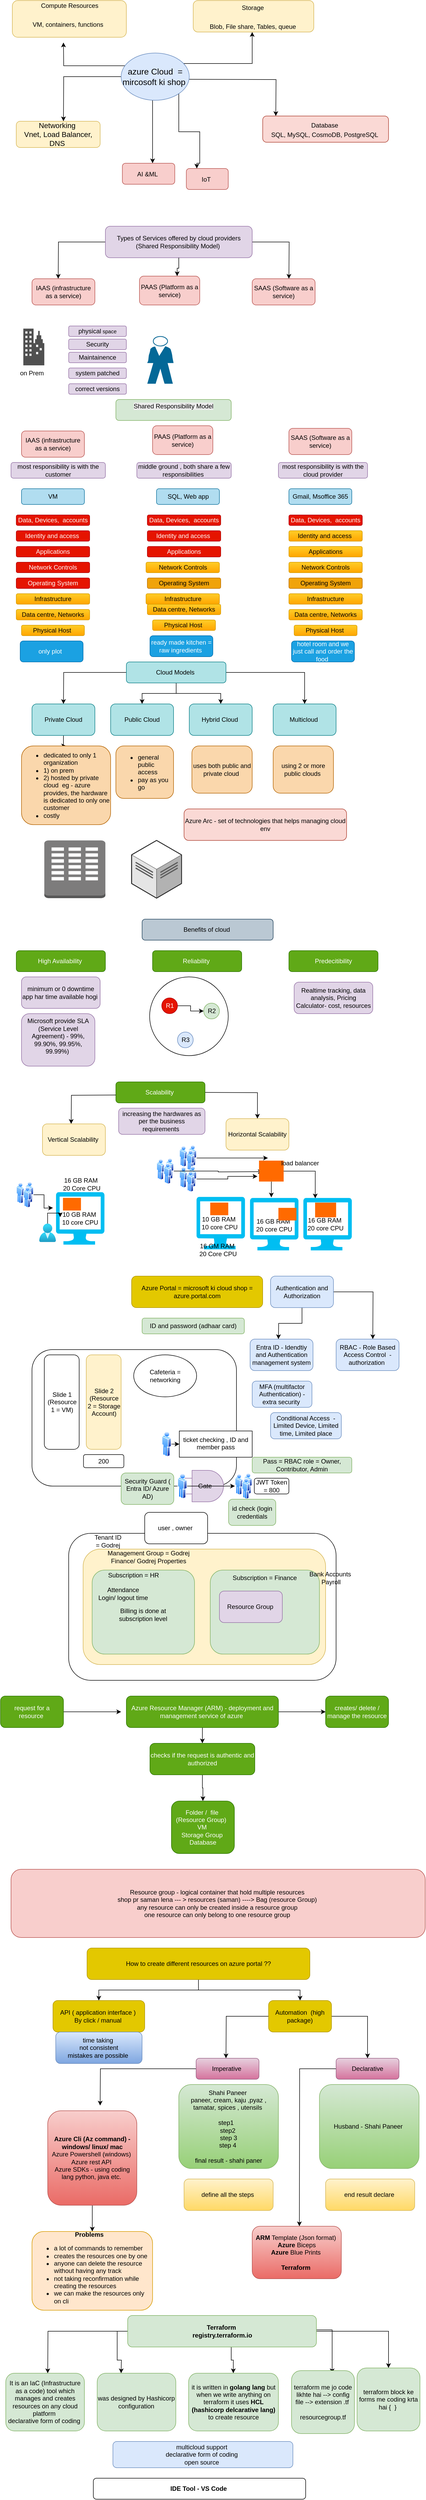
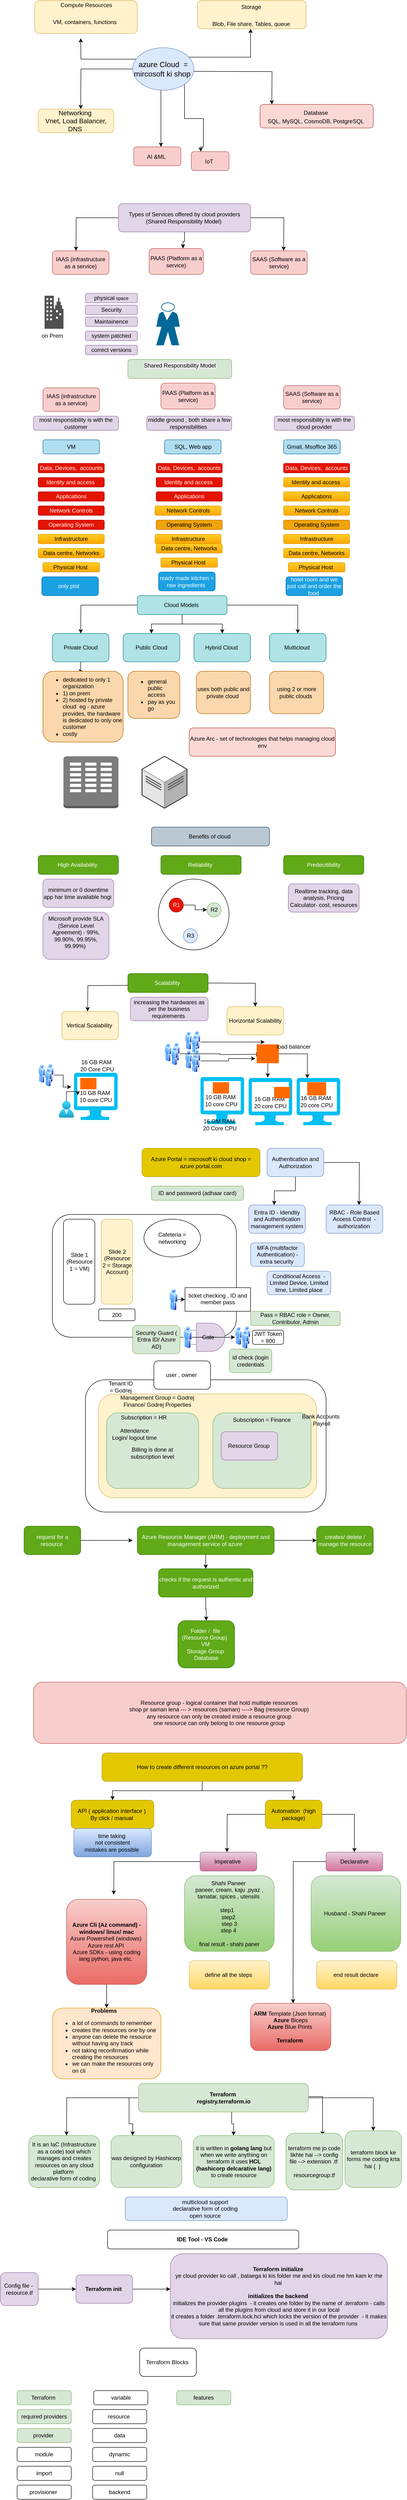
<mxfile host="app.diagrams.net">
  <diagram name="Page-1" id="3FCAWgGivvUF1Nj-s7xG">
-     <mxGraphModel dx="824" dy="422" grid="1" gridSize="10" guides="1" tooltips="1" connect="1" arrows="1" fold="1" page="1" pageScale="1" pageWidth="9000000" pageHeight="9011690" math="0" shadow="0">
+     <mxGraphModel dx="1030" dy="527" grid="1" gridSize="10" guides="1" tooltips="1" connect="1" arrows="1" fold="1" page="1" pageScale="1" pageWidth="9000000" pageHeight="9011690" math="0" shadow="0">
      <root>
        <mxCell id="0" />
        <mxCell id="1" parent="0" />
        <mxCell id="ik6IsKgd0wWjUEhBft66-3" edge="1" parent="1" source="ik6IsKgd0wWjUEhBft66-2" style="edgeStyle=orthogonalEdgeStyle;rounded=0;orthogonalLoop=1;jettySize=auto;html=1;exitX=0.073;exitY=0.27;exitDx=0;exitDy=0;exitPerimeter=0;">
          <mxGeometry relative="1" as="geometry">
            <mxPoint x="440" y="250" as="sourcePoint" />
            <mxPoint x="290" y="170" as="targetPoint" />
          </mxGeometry>
        </mxCell>
        <mxCell id="ik6IsKgd0wWjUEhBft66-5" edge="1" parent="1" source="ik6IsKgd0wWjUEhBft66-2" style="edgeStyle=orthogonalEdgeStyle;rounded=0;orthogonalLoop=1;jettySize=auto;html=1;">
          <mxGeometry relative="1" as="geometry">
            <mxPoint x="290" y="320" as="targetPoint" />
          </mxGeometry>
        </mxCell>
        <mxCell id="ik6IsKgd0wWjUEhBft66-8" edge="1" parent="1" source="ik6IsKgd0wWjUEhBft66-2" style="edgeStyle=orthogonalEdgeStyle;rounded=0;orthogonalLoop=1;jettySize=auto;html=1;">
          <mxGeometry relative="1" as="geometry">
            <Array as="points">
              <mxPoint x="650" y="210" />
            </Array>
            <mxPoint x="650" y="150" as="targetPoint" />
          </mxGeometry>
        </mxCell>
        <mxCell id="ik6IsKgd0wWjUEhBft66-12" edge="1" parent="1" style="edgeStyle=orthogonalEdgeStyle;rounded=0;orthogonalLoop=1;jettySize=auto;html=1;">
          <mxGeometry relative="1" as="geometry">
            <mxPoint x="505" y="240" as="sourcePoint" />
            <mxPoint x="695" y="310" as="targetPoint" />
          </mxGeometry>
        </mxCell>
        <mxCell id="ik6IsKgd0wWjUEhBft66-14" edge="1" parent="1" source="ik6IsKgd0wWjUEhBft66-2" style="edgeStyle=orthogonalEdgeStyle;rounded=0;orthogonalLoop=1;jettySize=auto;html=1;">
          <mxGeometry relative="1" as="geometry">
            <Array as="points">
              <mxPoint x="460" y="400" />
            </Array>
            <mxPoint x="460" y="400" as="targetPoint" />
          </mxGeometry>
        </mxCell>
        <mxCell id="ik6IsKgd0wWjUEhBft66-16" edge="1" parent="1" source="ik6IsKgd0wWjUEhBft66-2" style="edgeStyle=orthogonalEdgeStyle;rounded=0;orthogonalLoop=1;jettySize=auto;html=1;entryX=0.25;entryY=0;entryDx=0;entryDy=0;" target="ik6IsKgd0wWjUEhBft66-17">
          <mxGeometry relative="1" as="geometry">
            <Array as="points">
              <mxPoint x="510" y="340" />
              <mxPoint x="550" y="340" />
              <mxPoint x="550" y="400" />
              <mxPoint x="544" y="400" />
            </Array>
            <mxPoint x="560" y="380" as="targetPoint" />
          </mxGeometry>
        </mxCell>
        <mxCell id="ik6IsKgd0wWjUEhBft66-2" parent="1" style="ellipse;whiteSpace=wrap;html=1;fillColor=#dae8fc;strokeColor=#6c8ebf;" value="&lt;font style=&quot;font-size: 16px;&quot;&gt;azure Cloud&amp;nbsp; = mircosoft ki shop&amp;nbsp;&lt;/font&gt;" vertex="1">
          <mxGeometry height="90" width="130" x="400" y="190" as="geometry" />
        </mxCell>
        <mxCell id="ik6IsKgd0wWjUEhBft66-4" parent="1" style="rounded=1;whiteSpace=wrap;html=1;fontSize=15;fillColor=#fff2cc;strokeColor=#d6b656;" value="&lt;font style=&quot;font-size: 12px;&quot;&gt;Compute Resources&lt;/font&gt;&lt;div&gt;&lt;font style=&quot;font-size: 12px;&quot;&gt;&lt;br&gt;&lt;/font&gt;&lt;/div&gt;&lt;div&gt;&lt;font style=&quot;font-size: 12px;&quot;&gt;VM, containers, functions&amp;nbsp;&amp;nbsp;&lt;/font&gt;&lt;div&gt;&lt;br&gt;&lt;/div&gt;&lt;/div&gt;" vertex="1">
          <mxGeometry height="70" width="217.5" x="192.5" y="90" as="geometry" />
        </mxCell>
        <mxCell id="ik6IsKgd0wWjUEhBft66-6" parent="1" style="rounded=1;whiteSpace=wrap;html=1;fontSize=14;fillColor=#fff2cc;strokeColor=#d6b656;" value="Networking&amp;nbsp;&lt;div&gt;Vnet, Load Balancer, DNS&amp;nbsp;&lt;/div&gt;" vertex="1">
          <mxGeometry height="50" width="160" x="200" y="320" as="geometry" />
        </mxCell>
        <mxCell id="ik6IsKgd0wWjUEhBft66-9" parent="1" style="rounded=1;whiteSpace=wrap;html=1;fontSize=15;fillColor=#fff2cc;strokeColor=#d6b656;" value="&lt;div&gt;&lt;div&gt;&lt;font style=&quot;font-size: 12px;&quot;&gt;Storage&amp;nbsp;&lt;/font&gt;&lt;/div&gt;&lt;/div&gt;&lt;div&gt;&lt;font style=&quot;font-size: 12px;&quot;&gt;&lt;br&gt;&lt;/font&gt;&lt;/div&gt;&lt;div&gt;&lt;font style=&quot;font-size: 12px;&quot;&gt;Blob, File share, Tables, queue&amp;nbsp;&lt;/font&gt;&lt;/div&gt;" vertex="1">
          <mxGeometry height="60" width="230" x="537.5" y="90" as="geometry" />
        </mxCell>
        <mxCell id="ik6IsKgd0wWjUEhBft66-13" parent="1" style="rounded=1;whiteSpace=wrap;html=1;fontSize=15;fillColor=#fad9d5;strokeColor=#ae4132;" value="&lt;div&gt;&lt;div&gt;&lt;font style=&quot;font-size: 12px;&quot;&gt;Database&amp;nbsp;&lt;/font&gt;&lt;/div&gt;&lt;/div&gt;&lt;div&gt;&lt;font style=&quot;font-size: 12px;&quot;&gt;SQL, MySQL, CosmoDB, PostgreSQL&amp;nbsp;&lt;/font&gt;&lt;/div&gt;" vertex="1">
          <mxGeometry height="50" width="240" x="670.05" y="310" as="geometry" />
        </mxCell>
        <mxCell id="ik6IsKgd0wWjUEhBft66-15" parent="1" style="rounded=1;whiteSpace=wrap;html=1;fontSize=14;fillColor=#f8cecc;strokeColor=#b85450;" value="&lt;font style=&quot;font-size: 12px;&quot;&gt;AI &amp;amp;ML&amp;nbsp;&lt;/font&gt;" vertex="1">
          <mxGeometry height="40" width="100" x="402.36" y="400" as="geometry" />
        </mxCell>
        <mxCell id="ik6IsKgd0wWjUEhBft66-17" parent="1" style="rounded=1;whiteSpace=wrap;html=1;fontSize=14;fillColor=#f8cecc;strokeColor=#b85450;" value="&lt;font style=&quot;font-size: 12px;&quot;&gt;IoT&amp;nbsp;&lt;/font&gt;" vertex="1">
          <mxGeometry height="40" width="80" x="524.36" y="410" as="geometry" />
        </mxCell>
        <mxCell id="ik6IsKgd0wWjUEhBft66-19" edge="1" parent="1" source="ik6IsKgd0wWjUEhBft66-18" style="edgeStyle=orthogonalEdgeStyle;rounded=0;orthogonalLoop=1;jettySize=auto;html=1;">
          <mxGeometry relative="1" as="geometry">
            <mxPoint x="280" y="620" as="targetPoint" />
          </mxGeometry>
        </mxCell>
        <mxCell id="ik6IsKgd0wWjUEhBft66-25" edge="1" parent="1" source="ik6IsKgd0wWjUEhBft66-18" style="edgeStyle=orthogonalEdgeStyle;rounded=0;orthogonalLoop=1;jettySize=auto;html=1;">
          <mxGeometry relative="1" as="geometry">
            <mxPoint x="720" y="620" as="targetPoint" />
          </mxGeometry>
        </mxCell>
        <mxCell id="ik6IsKgd0wWjUEhBft66-18" parent="1" style="rounded=1;whiteSpace=wrap;html=1;fillColor=#e1d5e7;strokeColor=#9673a6;" value="Types of Services offered by cloud providers (Shared Responsibility Model)&amp;nbsp;" vertex="1">
          <mxGeometry height="60" width="280" x="370" y="520" as="geometry" />
        </mxCell>
        <mxCell id="ik6IsKgd0wWjUEhBft66-20" parent="1" style="rounded=1;whiteSpace=wrap;html=1;fillColor=#f8cecc;strokeColor=#b85450;" value="IAAS (infrastructure as a service)" vertex="1">
          <mxGeometry height="50" width="120" x="230" y="620" as="geometry" />
        </mxCell>
        <mxCell id="ik6IsKgd0wWjUEhBft66-21" parent="1" style="rounded=1;whiteSpace=wrap;html=1;fillColor=#f8cecc;strokeColor=#b85450;" value="PAAS (Platform as a service)" vertex="1">
          <mxGeometry height="55" width="115" x="435" y="615" as="geometry" />
        </mxCell>
        <mxCell id="ik6IsKgd0wWjUEhBft66-22" edge="1" parent="1" source="ik6IsKgd0wWjUEhBft66-18" style="edgeStyle=orthogonalEdgeStyle;rounded=0;orthogonalLoop=1;jettySize=auto;html=1;entryX=0.625;entryY=0;entryDx=0;entryDy=0;entryPerimeter=0;" target="ik6IsKgd0wWjUEhBft66-21">
          <mxGeometry relative="1" as="geometry" />
        </mxCell>
        <mxCell id="ik6IsKgd0wWjUEhBft66-24" parent="1" style="rounded=1;whiteSpace=wrap;html=1;fillColor=#f8cecc;strokeColor=#b85450;" value="SAAS (Software as a service)" vertex="1">
          <mxGeometry height="50" width="120" x="650" y="620" as="geometry" />
        </mxCell>
        <mxCell id="ik6IsKgd0wWjUEhBft66-26" parent="1" style="sketch=0;pointerEvents=1;shadow=0;dashed=0;html=1;strokeColor=none;fillColor=#505050;labelPosition=center;verticalLabelPosition=bottom;verticalAlign=top;outlineConnect=0;align=center;shape=mxgraph.office.concepts.on_premises;" value="" vertex="1">
          <mxGeometry height="70" width="40" x="213.5" y="715" as="geometry" />
        </mxCell>
        <mxCell id="ik6IsKgd0wWjUEhBft66-27" parent="1" style="rounded=1;whiteSpace=wrap;html=1;fillColor=#e1d5e7;strokeColor=#9673a6;" value="physical&lt;font size=&quot;1&quot;&gt;&amp;nbsp;space&lt;/font&gt;" vertex="1">
          <mxGeometry height="20" width="110" x="300" y="710" as="geometry" />
        </mxCell>
        <mxCell id="ik6IsKgd0wWjUEhBft66-28" parent="1" style="rounded=1;whiteSpace=wrap;html=1;fillColor=#e1d5e7;strokeColor=#9673a6;" value="Security" vertex="1">
          <mxGeometry height="20" width="110" x="300" y="735" as="geometry" />
        </mxCell>
        <mxCell id="ik6IsKgd0wWjUEhBft66-29" parent="1" style="rounded=1;whiteSpace=wrap;html=1;fillColor=#e1d5e7;strokeColor=#9673a6;" value="Maintainence" vertex="1">
          <mxGeometry height="20" width="110" x="300" y="760" as="geometry" />
        </mxCell>
        <mxCell id="ik6IsKgd0wWjUEhBft66-30" parent="1" style="rounded=1;whiteSpace=wrap;html=1;fillColor=#e1d5e7;strokeColor=#9673a6;" value="system patched" vertex="1">
          <mxGeometry height="20" width="110" x="300" y="790" as="geometry" />
        </mxCell>
        <mxCell id="ik6IsKgd0wWjUEhBft66-31" parent="1" style="rounded=1;whiteSpace=wrap;html=1;fillColor=#e1d5e7;strokeColor=#9673a6;" value="correct versions" vertex="1">
          <mxGeometry height="20" width="110" x="300" y="820" as="geometry" />
        </mxCell>
        <mxCell id="ik6IsKgd0wWjUEhBft66-32" parent="1" style="text;html=1;whiteSpace=wrap;strokeColor=none;fillColor=none;align=center;verticalAlign=middle;rounded=0;" value="on Prem" vertex="1">
          <mxGeometry height="30" width="60" x="200" y="785" as="geometry" />
        </mxCell>
        <mxCell id="ik6IsKgd0wWjUEhBft66-33" parent="1" style="shape=mxgraph.cisco.people.standing_man;html=1;pointerEvents=1;dashed=0;fillColor=#036897;strokeColor=#ffffff;strokeWidth=2;verticalLabelPosition=bottom;verticalAlign=top;align=center;outlineConnect=0;" value="" vertex="1">
          <mxGeometry height="90" width="50" x="450" y="730" as="geometry" />
        </mxCell>
        <mxCell id="ik6IsKgd0wWjUEhBft66-34" parent="1" style="rounded=1;whiteSpace=wrap;html=1;fillColor=#d5e8d4;strokeColor=#82b366;verticalAlign=middle;" value="&#xa;&lt;span style=&quot;color: rgb(0, 0, 0); font-family: Helvetica; font-size: 12px; font-style: normal; font-variant-ligatures: normal; font-variant-caps: normal; font-weight: 400; letter-spacing: normal; orphans: 2; text-align: center; text-indent: 0px; text-transform: none; widows: 2; word-spacing: 0px; -webkit-text-stroke-width: 0px; white-space: normal; background-color: rgb(236, 236, 236); text-decoration-thickness: initial; text-decoration-style: initial; text-decoration-color: initial; display: inline !important; float: none;&quot;&gt;Shared Responsibility Model&lt;/span&gt;&#xa;&#xa;" vertex="1">
          <mxGeometry height="40" width="220" x="390" y="850" as="geometry" />
        </mxCell>
        <mxCell id="ik6IsKgd0wWjUEhBft66-35" parent="1" style="rounded=1;whiteSpace=wrap;html=1;fillColor=#f8cecc;strokeColor=#b85450;" value="IAAS (infrastructure as a service)" vertex="1">
          <mxGeometry height="50" width="120" x="210" y="910" as="geometry" />
        </mxCell>
        <mxCell id="ik6IsKgd0wWjUEhBft66-36" parent="1" style="rounded=1;whiteSpace=wrap;html=1;fillColor=#e1d5e7;strokeColor=#9673a6;" value="most responsibility is with the customer" vertex="1">
          <mxGeometry height="30" width="180" x="190" y="970" as="geometry" />
        </mxCell>
        <mxCell id="ik6IsKgd0wWjUEhBft66-37" parent="1" style="rounded=1;whiteSpace=wrap;html=1;fillColor=#f8cecc;strokeColor=#b85450;" value="PAAS (Platform as a service)" vertex="1">
          <mxGeometry height="55" width="115" x="460" y="900" as="geometry" />
        </mxCell>
        <mxCell id="ik6IsKgd0wWjUEhBft66-38" parent="1" style="rounded=1;whiteSpace=wrap;html=1;fillColor=#f8cecc;strokeColor=#b85450;" value="SAAS (Software as a service)" vertex="1">
          <mxGeometry height="50" width="120" x="720" y="905" as="geometry" />
        </mxCell>
        <mxCell id="ik6IsKgd0wWjUEhBft66-39" parent="1" style="rounded=1;whiteSpace=wrap;html=1;fillColor=#e1d5e7;strokeColor=#9673a6;" value="most responsibility is with the cloud provider" vertex="1">
          <mxGeometry height="30" width="170" x="700" y="970" as="geometry" />
        </mxCell>
        <mxCell id="ik6IsKgd0wWjUEhBft66-40" parent="1" style="rounded=1;whiteSpace=wrap;html=1;fillColor=#e1d5e7;strokeColor=#9673a6;" value="middle ground , both share a few responsibilities&amp;nbsp;" vertex="1">
          <mxGeometry height="30" width="180" x="430" y="970" as="geometry" />
        </mxCell>
        <mxCell id="ik6IsKgd0wWjUEhBft66-41" parent="1" style="rounded=1;whiteSpace=wrap;html=1;fillColor=#ffcd28;strokeColor=#d79b00;gradientColor=#ffa500;" value="Physical Host&amp;nbsp;" vertex="1">
          <mxGeometry height="20" width="120" x="210" y="1280" as="geometry" />
        </mxCell>
        <mxCell id="ik6IsKgd0wWjUEhBft66-42" parent="1" style="rounded=1;whiteSpace=wrap;html=1;fillColor=#ffcd28;gradientColor=#ffa500;strokeColor=#d79b00;" value="Data centre, Networks" vertex="1">
          <mxGeometry height="20" width="140" x="200" y="1250" as="geometry" />
        </mxCell>
        <mxCell id="ik6IsKgd0wWjUEhBft66-43" parent="1" style="rounded=1;whiteSpace=wrap;html=1;fillColor=#ffcd28;gradientColor=#ffa500;strokeColor=#d79b00;" value="Infrastructure" vertex="1">
          <mxGeometry height="20" width="140" x="200" y="1220" as="geometry" />
        </mxCell>
        <mxCell id="ik6IsKgd0wWjUEhBft66-44" parent="1" style="rounded=1;whiteSpace=wrap;html=1;fillColor=#e51400;fontColor=#ffffff;strokeColor=#B20000;" value="Operating System" vertex="1">
          <mxGeometry height="20" width="140" x="200" y="1190" as="geometry" />
        </mxCell>
        <mxCell id="ik6IsKgd0wWjUEhBft66-45" parent="1" style="rounded=1;whiteSpace=wrap;html=1;fillColor=#e51400;fontColor=#ffffff;strokeColor=#B20000;" value="Network Controls" vertex="1">
          <mxGeometry height="20" width="140" x="200" y="1160" as="geometry" />
        </mxCell>
        <mxCell id="ik6IsKgd0wWjUEhBft66-46" parent="1" style="rounded=1;whiteSpace=wrap;html=1;fillColor=#e51400;fontColor=#ffffff;strokeColor=#B20000;" value="Applications" vertex="1">
          <mxGeometry height="20" width="140" x="200" y="1130" as="geometry" />
        </mxCell>
        <mxCell id="ik6IsKgd0wWjUEhBft66-47" parent="1" style="rounded=1;whiteSpace=wrap;html=1;fillColor=#e51400;fontColor=#ffffff;strokeColor=#B20000;" value="Identity and access&amp;nbsp;" vertex="1">
          <mxGeometry height="20" width="140" x="200" y="1100" as="geometry" />
        </mxCell>
        <mxCell id="ik6IsKgd0wWjUEhBft66-48" parent="1" style="rounded=1;whiteSpace=wrap;html=1;fillColor=#e51400;fontColor=#ffffff;strokeColor=#B20000;" value="Data, Devices,&amp;nbsp; accounts" vertex="1">
          <mxGeometry height="20" width="140" x="200" y="1070" as="geometry" />
        </mxCell>
        <mxCell id="ik6IsKgd0wWjUEhBft66-49" parent="1" style="rounded=1;whiteSpace=wrap;html=1;fillColor=#ffcd28;strokeColor=#d79b00;gradientColor=#ffa500;" value="Physical Host&amp;nbsp;" vertex="1">
          <mxGeometry height="20" width="120" x="460" y="1270" as="geometry" />
        </mxCell>
        <mxCell id="ik6IsKgd0wWjUEhBft66-50" parent="1" style="rounded=1;whiteSpace=wrap;html=1;fillColor=#ffcd28;gradientColor=#ffa500;strokeColor=#d79b00;" value="Data centre, Networks" vertex="1">
          <mxGeometry height="20" width="140" x="450" y="1240" as="geometry" />
        </mxCell>
        <mxCell id="ik6IsKgd0wWjUEhBft66-52" parent="1" style="rounded=1;whiteSpace=wrap;html=1;fillColor=#f0a30a;fontColor=#000000;strokeColor=#BD7000;" value="Operating System" vertex="1">
          <mxGeometry height="20" width="140" x="450" y="1190" as="geometry" />
        </mxCell>
        <mxCell id="ik6IsKgd0wWjUEhBft66-53" parent="1" style="rounded=1;whiteSpace=wrap;html=1;fillColor=#ffcd28;strokeColor=#d79b00;gradientColor=#ffa500;" value="Network Controls" vertex="1">
          <mxGeometry height="20" width="140" x="447.5" y="1160" as="geometry" />
        </mxCell>
        <mxCell id="ik6IsKgd0wWjUEhBft66-54" parent="1" style="rounded=1;whiteSpace=wrap;html=1;fillColor=#e51400;fontColor=#ffffff;strokeColor=#B20000;" value="Applications" vertex="1">
          <mxGeometry height="20" width="140" x="450" y="1130" as="geometry" />
        </mxCell>
        <mxCell id="ik6IsKgd0wWjUEhBft66-55" parent="1" style="rounded=1;whiteSpace=wrap;html=1;fillColor=#e51400;fontColor=#ffffff;strokeColor=#B20000;" value="Identity and access&amp;nbsp;" vertex="1">
          <mxGeometry height="20" width="140" x="450" y="1100" as="geometry" />
        </mxCell>
        <mxCell id="ik6IsKgd0wWjUEhBft66-56" parent="1" style="rounded=1;whiteSpace=wrap;html=1;fillColor=#e51400;fontColor=#ffffff;strokeColor=#B20000;" value="Data, Devices,&amp;nbsp; accounts" vertex="1">
          <mxGeometry height="20" width="140" x="450" y="1070" as="geometry" />
        </mxCell>
        <mxCell id="ik6IsKgd0wWjUEhBft66-57" parent="1" style="rounded=1;whiteSpace=wrap;html=1;fillColor=#ffcd28;strokeColor=#d79b00;gradientColor=#ffa500;" value="Physical Host&amp;nbsp;" vertex="1">
          <mxGeometry height="20" width="120" x="730" y="1280" as="geometry" />
        </mxCell>
        <mxCell id="ik6IsKgd0wWjUEhBft66-58" parent="1" style="rounded=1;whiteSpace=wrap;html=1;fillColor=#ffcd28;gradientColor=#ffa500;strokeColor=#d79b00;" value="Data centre, Networks" vertex="1">
          <mxGeometry height="20" width="140" x="720" y="1250" as="geometry" />
        </mxCell>
        <mxCell id="ik6IsKgd0wWjUEhBft66-59" parent="1" style="rounded=1;whiteSpace=wrap;html=1;fillColor=#ffcd28;gradientColor=#ffa500;strokeColor=#d79b00;" value="Infrastructure" vertex="1">
          <mxGeometry height="20" width="140" x="447.5" y="1220" as="geometry" />
        </mxCell>
        <mxCell id="ik6IsKgd0wWjUEhBft66-60" parent="1" style="rounded=1;whiteSpace=wrap;html=1;fillColor=#ffcd28;gradientColor=#ffa500;strokeColor=#d79b00;" value="Infrastructure" vertex="1">
          <mxGeometry height="20" width="140" x="720" y="1220" as="geometry" />
        </mxCell>
        <mxCell id="ik6IsKgd0wWjUEhBft66-61" parent="1" style="rounded=1;whiteSpace=wrap;html=1;fillColor=#f0a30a;fontColor=#000000;strokeColor=#BD7000;" value="Operating System" vertex="1">
          <mxGeometry height="20" width="140" x="720" y="1190" as="geometry" />
        </mxCell>
        <mxCell id="ik6IsKgd0wWjUEhBft66-62" parent="1" style="rounded=1;whiteSpace=wrap;html=1;fillColor=#ffcd28;strokeColor=#d79b00;gradientColor=#ffa500;" value="Network Controls" vertex="1">
          <mxGeometry height="20" width="140" x="720" y="1160" as="geometry" />
        </mxCell>
        <mxCell id="ik6IsKgd0wWjUEhBft66-63" parent="1" style="rounded=1;whiteSpace=wrap;html=1;fillColor=#ffcd28;strokeColor=#d79b00;gradientColor=#ffa500;" value="Applications" vertex="1">
          <mxGeometry height="20" width="140" x="720" y="1130" as="geometry" />
        </mxCell>
        <mxCell id="ik6IsKgd0wWjUEhBft66-64" parent="1" style="rounded=1;whiteSpace=wrap;html=1;fillColor=#ffcd28;strokeColor=#d79b00;gradientColor=#ffa500;" value="Identity and access&amp;nbsp;" vertex="1">
          <mxGeometry height="20" width="140" x="720" y="1100" as="geometry" />
        </mxCell>
        <mxCell id="ik6IsKgd0wWjUEhBft66-65" parent="1" style="rounded=1;whiteSpace=wrap;html=1;fillColor=#e51400;fontColor=#ffffff;strokeColor=#B20000;" value="Data, Devices,&amp;nbsp; accounts" vertex="1">
          <mxGeometry height="20" width="140" x="720" y="1070" as="geometry" />
        </mxCell>
        <mxCell id="ik6IsKgd0wWjUEhBft66-66" parent="1" style="rounded=1;whiteSpace=wrap;html=1;fillColor=#b1ddf0;strokeColor=#10739e;" value="VM" vertex="1">
          <mxGeometry height="30" width="120" x="210" y="1020" as="geometry" />
        </mxCell>
        <mxCell id="ik6IsKgd0wWjUEhBft66-67" parent="1" style="rounded=1;whiteSpace=wrap;html=1;fillColor=#b1ddf0;strokeColor=#10739e;" value="SQL, Web app" vertex="1">
          <mxGeometry height="30" width="120" x="467.5" y="1020" as="geometry" />
        </mxCell>
        <mxCell id="ik6IsKgd0wWjUEhBft66-68" parent="1" style="rounded=1;whiteSpace=wrap;html=1;fillColor=#b1ddf0;strokeColor=#10739e;" value="Gmail, Msoffice 365" vertex="1">
          <mxGeometry height="30" width="120" x="720" y="1020" as="geometry" />
        </mxCell>
        <mxCell id="ik6IsKgd0wWjUEhBft66-70" edge="1" parent="1" source="ik6IsKgd0wWjUEhBft66-69" style="edgeStyle=orthogonalEdgeStyle;rounded=0;orthogonalLoop=1;jettySize=auto;html=1;">
          <mxGeometry relative="1" as="geometry">
            <mxPoint x="290" y="1430" as="targetPoint" />
          </mxGeometry>
        </mxCell>
        <mxCell id="ik6IsKgd0wWjUEhBft66-75" edge="1" parent="1" source="ik6IsKgd0wWjUEhBft66-69" style="edgeStyle=orthogonalEdgeStyle;rounded=0;orthogonalLoop=1;jettySize=auto;html=1;" target="ik6IsKgd0wWjUEhBft66-74" value="">
          <mxGeometry relative="1" as="geometry" />
        </mxCell>
        <mxCell id="ik6IsKgd0wWjUEhBft66-77" edge="1" parent="1" source="ik6IsKgd0wWjUEhBft66-69" style="edgeStyle=orthogonalEdgeStyle;rounded=0;orthogonalLoop=1;jettySize=auto;html=1;" target="ik6IsKgd0wWjUEhBft66-76" value="">
          <mxGeometry relative="1" as="geometry" />
        </mxCell>
        <mxCell id="ik6IsKgd0wWjUEhBft66-79" edge="1" parent="1" source="ik6IsKgd0wWjUEhBft66-69" style="edgeStyle=orthogonalEdgeStyle;rounded=0;orthogonalLoop=1;jettySize=auto;html=1;" target="ik6IsKgd0wWjUEhBft66-78" value="">
          <mxGeometry relative="1" as="geometry" />
        </mxCell>
        <mxCell id="ik6IsKgd0wWjUEhBft66-69" parent="1" style="rounded=1;whiteSpace=wrap;html=1;fillColor=#b0e3e6;strokeColor=#0e8088;" value="Cloud Models&amp;nbsp;" vertex="1">
          <mxGeometry height="40" width="190" x="410" y="1350" as="geometry" />
        </mxCell>
        <mxCell id="ik6IsKgd0wWjUEhBft66-81" edge="1" parent="1" source="ik6IsKgd0wWjUEhBft66-71" style="edgeStyle=orthogonalEdgeStyle;rounded=0;orthogonalLoop=1;jettySize=auto;html=1;" target="ik6IsKgd0wWjUEhBft66-80" value="">
          <mxGeometry relative="1" as="geometry" />
        </mxCell>
        <mxCell id="ik6IsKgd0wWjUEhBft66-71" parent="1" style="rounded=1;whiteSpace=wrap;html=1;fillColor=#b0e3e6;strokeColor=#0e8088;" value="Private Cloud" vertex="1">
          <mxGeometry height="60" width="120" x="230" y="1430" as="geometry" />
        </mxCell>
        <mxCell id="ik6IsKgd0wWjUEhBft66-74" parent="1" style="whiteSpace=wrap;html=1;rounded=1;fillColor=#b0e3e6;strokeColor=#0e8088;" value="Public Cloud" vertex="1">
          <mxGeometry height="60" width="120" x="380" y="1430" as="geometry" />
        </mxCell>
        <mxCell id="ik6IsKgd0wWjUEhBft66-76" parent="1" style="whiteSpace=wrap;html=1;rounded=1;fillColor=#b0e3e6;strokeColor=#0e8088;" value="Hybrid Cloud&amp;nbsp;" vertex="1">
          <mxGeometry height="60" width="120" x="530" y="1430" as="geometry" />
        </mxCell>
        <mxCell id="ik6IsKgd0wWjUEhBft66-78" parent="1" style="whiteSpace=wrap;html=1;rounded=1;fillColor=#b0e3e6;strokeColor=#0e8088;" value="Multicloud&amp;nbsp;" vertex="1">
          <mxGeometry height="60" width="120" x="690" y="1430" as="geometry" />
        </mxCell>
        <mxCell id="ik6IsKgd0wWjUEhBft66-80" parent="1" style="whiteSpace=wrap;html=1;rounded=1;align=left;fillColor=#fad7ac;strokeColor=#b46504;" value="&lt;ul&gt;&lt;li&gt;dedicated to only 1 organization&amp;nbsp;&lt;/li&gt;&lt;li&gt;1) on prem&lt;/li&gt;&lt;li&gt;2) hosted by private cloud&amp;nbsp; eg - azure provides, the hardware is dedicated to only one customer&lt;/li&gt;&lt;li&gt;costly&amp;nbsp;&amp;nbsp;&lt;/li&gt;&lt;/ul&gt;" vertex="1">
          <mxGeometry height="150" width="170" x="210" y="1510" as="geometry" />
        </mxCell>
        <mxCell id="ik6IsKgd0wWjUEhBft66-82" parent="1" style="outlineConnect=0;dashed=0;verticalLabelPosition=bottom;verticalAlign=top;align=center;html=1;shape=mxgraph.aws3.corporate_data_center;fillColor=#7D7C7C;gradientColor=none;" value="" vertex="1">
          <mxGeometry height="110" width="116.5" x="253.5" y="1690" as="geometry" />
        </mxCell>
        <mxCell id="ik6IsKgd0wWjUEhBft66-83" parent="1" style="verticalLabelPosition=bottom;html=1;verticalAlign=top;strokeWidth=1;align=center;outlineConnect=0;dashed=0;outlineConnect=0;shape=mxgraph.aws3d.dataCenter;strokeColor=#5E5E5E;aspect=fixed;strokeColor2=#292929;" value="" vertex="1">
          <mxGeometry height="110" width="95.28" x="420" y="1690" as="geometry" />
        </mxCell>
        <mxCell id="ik6IsKgd0wWjUEhBft66-84" parent="1" style="whiteSpace=wrap;html=1;rounded=1;align=left;fillColor=#fad7ac;strokeColor=#b46504;" value="&lt;ul&gt;&lt;li&gt;general public access&amp;nbsp;&lt;/li&gt;&lt;li&gt;pay as you go&amp;nbsp;&lt;/li&gt;&lt;/ul&gt;" vertex="1">
          <mxGeometry height="100" width="110" x="390" y="1510" as="geometry" />
        </mxCell>
        <mxCell id="ik6IsKgd0wWjUEhBft66-85" parent="1" style="whiteSpace=wrap;html=1;rounded=1;align=center;fillColor=#fad7ac;strokeColor=#b46504;" value="&lt;span style=&quot;background-color: transparent; color: light-dark(rgb(0, 0, 0), rgb(255, 255, 255));&quot;&gt;uses both public and private cloud&amp;nbsp;&lt;/span&gt;" vertex="1">
          <mxGeometry height="90" width="115" x="535" y="1510" as="geometry" />
        </mxCell>
        <mxCell id="ik6IsKgd0wWjUEhBft66-86" parent="1" style="whiteSpace=wrap;html=1;rounded=1;align=center;fillColor=#fad7ac;strokeColor=#b46504;" value="using 2 or more public clouds&amp;nbsp;" vertex="1">
          <mxGeometry height="90" width="115" x="690" y="1510" as="geometry" />
        </mxCell>
        <mxCell id="ik6IsKgd0wWjUEhBft66-87" parent="1" style="rounded=1;whiteSpace=wrap;html=1;fillColor=#fad9d5;strokeColor=#ae4132;" value="Azure Arc - set of technologies that helps managing cloud env" vertex="1">
          <mxGeometry height="60" width="310" x="520" y="1630" as="geometry" />
        </mxCell>
        <mxCell id="ik6IsKgd0wWjUEhBft66-88" parent="1" style="rounded=1;whiteSpace=wrap;html=1;fillColor=#bac8d3;strokeColor=#23445d;" value="Benefits of cloud&amp;nbsp;" vertex="1">
          <mxGeometry height="40" width="250" x="440" y="1840" as="geometry" />
        </mxCell>
        <mxCell id="MNFPe3E4O46FSrIpNTyM-1" parent="1" style="rounded=1;whiteSpace=wrap;html=1;fillColor=#60a917;fontColor=#ffffff;strokeColor=#2D7600;" value="High Availability&amp;nbsp;" vertex="1">
          <mxGeometry height="40" width="170" x="200" y="1900" as="geometry" />
        </mxCell>
        <mxCell id="MNFPe3E4O46FSrIpNTyM-2" parent="1" style="rounded=1;whiteSpace=wrap;html=1;fillColor=#e1d5e7;strokeColor=#9673a6;" value="minimum or 0 downtime&lt;br&gt;app har time available hogi&amp;nbsp;" vertex="1">
          <mxGeometry height="60" width="150" x="210" y="1950" as="geometry" />
        </mxCell>
        <mxCell id="MNFPe3E4O46FSrIpNTyM-3" parent="1" style="rounded=1;whiteSpace=wrap;html=1;fillColor=#e1d5e7;strokeColor=#9673a6;" value="Microsoft provide SLA (Service Level Agreement) - 99%, 99.90%, 99.95%, 99.99%)&amp;nbsp;&lt;div&gt;&lt;br&gt;&lt;/div&gt;" vertex="1">
          <mxGeometry height="100" width="140" x="210" y="2020" as="geometry" />
        </mxCell>
        <mxCell id="MNFPe3E4O46FSrIpNTyM-10" edge="1" parent="1" style="edgeStyle=orthogonalEdgeStyle;rounded=0;orthogonalLoop=1;jettySize=auto;html=1;" target="MNFPe3E4O46FSrIpNTyM-9" value="">
          <mxGeometry relative="1" as="geometry">
            <mxPoint x="545" y="2170" as="sourcePoint" />
          </mxGeometry>
        </mxCell>
        <mxCell id="MNFPe3E4O46FSrIpNTyM-4" parent="1" style="rounded=1;whiteSpace=wrap;html=1;fillColor=#60a917;fontColor=#ffffff;strokeColor=#2D7600;" value="Scalability&amp;nbsp;" vertex="1">
          <mxGeometry height="40" width="170" x="390" y="2150" as="geometry" />
        </mxCell>
        <mxCell id="MNFPe3E4O46FSrIpNTyM-8" edge="1" parent="1" style="edgeStyle=orthogonalEdgeStyle;rounded=0;orthogonalLoop=1;jettySize=auto;html=1;" value="">
          <mxGeometry relative="1" as="geometry">
            <mxPoint x="389.9999999999999" y="2175" as="sourcePoint" />
            <mxPoint x="304.72" y="2230" as="targetPoint" />
          </mxGeometry>
        </mxCell>
        <mxCell id="MNFPe3E4O46FSrIpNTyM-6" parent="1" style="rounded=1;whiteSpace=wrap;html=1;fillColor=#e1d5e7;strokeColor=#9673a6;" value="increasing the hardwares as per the business requirements&amp;nbsp;" vertex="1">
          <mxGeometry height="50" width="164.72" x="395.28" y="2200" as="geometry" />
        </mxCell>
        <mxCell id="MNFPe3E4O46FSrIpNTyM-7" parent="1" style="whiteSpace=wrap;html=1;rounded=1;fillColor=#fff2cc;strokeColor=#d6b656;" value="Vertical Scalability&amp;nbsp;" vertex="1">
          <mxGeometry height="60" width="120" x="250" y="2230" as="geometry" />
        </mxCell>
        <mxCell id="MNFPe3E4O46FSrIpNTyM-9" parent="1" style="whiteSpace=wrap;html=1;fillColor=#fff2cc;strokeColor=#d6b656;rounded=1;" value="Horizontal Scalability" vertex="1">
          <mxGeometry height="60" width="120" x="600" y="2220" as="geometry" />
        </mxCell>
        <mxCell id="MNFPe3E4O46FSrIpNTyM-11" parent="1" style="verticalLabelPosition=bottom;html=1;verticalAlign=top;align=center;strokeColor=none;fillColor=#00BEF2;shape=mxgraph.azure.computer;pointerEvents=1;" value="" vertex="1">
          <mxGeometry height="100" width="92.5" x="275.75" y="2360" as="geometry" />
        </mxCell>
        <mxCell id="MNFPe3E4O46FSrIpNTyM-12" parent="1" style="text;html=1;whiteSpace=wrap;strokeColor=none;fillColor=none;align=center;verticalAlign=middle;rounded=0;" value="10 GB RAM&amp;nbsp;&lt;div&gt;10 core CPU&lt;/div&gt;" vertex="1">
          <mxGeometry height="30" width="76" x="284" y="2395" as="geometry" />
        </mxCell>
        <mxCell id="MNFPe3E4O46FSrIpNTyM-13" parent="1" style="points=[];aspect=fixed;html=1;align=center;shadow=0;dashed=0;fillColor=#FF6A00;strokeColor=none;shape=mxgraph.alibaba_cloud.amscloudapp;" value="" vertex="1">
          <mxGeometry height="24" width="34.36" x="289.07" y="2371" as="geometry" />
        </mxCell>
        <mxCell id="MNFPe3E4O46FSrIpNTyM-14" parent="1" style="image;aspect=fixed;html=1;points=[];align=center;fontSize=12;image=img/lib/azure2/identity/Users.svg;" value="" vertex="1">
          <mxGeometry height="35" width="32" x="243.75" y="2420" as="geometry" />
        </mxCell>
        <mxCell id="MNFPe3E4O46FSrIpNTyM-16" edge="1" parent="1" source="MNFPe3E4O46FSrIpNTyM-15" style="edgeStyle=orthogonalEdgeStyle;rounded=0;orthogonalLoop=1;jettySize=auto;html=1;">
          <mxGeometry relative="1" as="geometry">
            <mxPoint x="270" y="2390" as="targetPoint" />
          </mxGeometry>
        </mxCell>
        <mxCell id="MNFPe3E4O46FSrIpNTyM-15" parent="1" style="image;aspect=fixed;perimeter=ellipsePerimeter;html=1;align=center;shadow=0;dashed=0;spacingTop=3;image=img/lib/active_directory/users.svg;" value="" vertex="1">
          <mxGeometry height="50" width="33" x="200" y="2340" as="geometry" />
        </mxCell>
        <mxCell id="MNFPe3E4O46FSrIpNTyM-17" parent="1" style="text;html=1;whiteSpace=wrap;strokeColor=none;fillColor=none;align=center;verticalAlign=middle;rounded=0;" value="16 GB RAM&amp;nbsp;&lt;div&gt;20 Core CPU&lt;/div&gt;" vertex="1">
          <mxGeometry height="30" width="110" x="270" y="2330" as="geometry" />
        </mxCell>
        <mxCell id="MNFPe3E4O46FSrIpNTyM-18" parent="1" style="verticalLabelPosition=bottom;html=1;verticalAlign=top;align=center;strokeColor=none;fillColor=#00BEF2;shape=mxgraph.azure.computer;pointerEvents=1;" value="" vertex="1">
          <mxGeometry height="100" width="92.5" x="543.75" y="2369" as="geometry" />
        </mxCell>
        <mxCell id="MNFPe3E4O46FSrIpNTyM-19" parent="1" style="text;html=1;whiteSpace=wrap;strokeColor=none;fillColor=none;align=center;verticalAlign=middle;rounded=0;" value="10 GB RAM&amp;nbsp;&lt;div&gt;10 core CPU&lt;/div&gt;" vertex="1">
          <mxGeometry height="30" width="76" x="550" y="2404" as="geometry" />
        </mxCell>
        <mxCell id="MNFPe3E4O46FSrIpNTyM-20" parent="1" style="text;html=1;whiteSpace=wrap;strokeColor=none;fillColor=none;align=center;verticalAlign=middle;rounded=0;" value="16 GM RAM&amp;nbsp;&lt;div&gt;20 Core CPU&lt;/div&gt;" vertex="1">
          <mxGeometry height="30" width="110" x="530" y="2455" as="geometry" />
        </mxCell>
        <mxCell id="MNFPe3E4O46FSrIpNTyM-21" parent="1" style="image;aspect=fixed;perimeter=ellipsePerimeter;html=1;align=center;shadow=0;dashed=0;spacingTop=3;image=img/lib/active_directory/users.svg;" value="" vertex="1">
          <mxGeometry height="50" width="33" x="511" y="2270" as="geometry" />
        </mxCell>
        <mxCell id="MNFPe3E4O46FSrIpNTyM-22" edge="1" parent="1" source="MNFPe3E4O46FSrIpNTyM-21" style="edgeStyle=orthogonalEdgeStyle;rounded=0;orthogonalLoop=1;jettySize=auto;html=1;">
          <mxGeometry relative="1" as="geometry">
            <mxPoint x="680" y="2295" as="targetPoint" />
          </mxGeometry>
        </mxCell>
        <mxCell id="MNFPe3E4O46FSrIpNTyM-23" parent="1" style="image;aspect=fixed;perimeter=ellipsePerimeter;html=1;align=center;shadow=0;dashed=0;spacingTop=3;image=img/lib/active_directory/users.svg;" value="" vertex="1">
          <mxGeometry height="50" width="33" x="511" y="2310" as="geometry" />
        </mxCell>
        <mxCell id="MNFPe3E4O46FSrIpNTyM-24" edge="1" parent="1" source="MNFPe3E4O46FSrIpNTyM-23" style="edgeStyle=orthogonalEdgeStyle;rounded=0;orthogonalLoop=1;jettySize=auto;html=1;entryX=-0.064;entryY=0.753;entryDx=0;entryDy=0;entryPerimeter=0;" target="MNFPe3E4O46FSrIpNTyM-35">
          <mxGeometry relative="1" as="geometry" />
        </mxCell>
        <mxCell id="MNFPe3E4O46FSrIpNTyM-25" parent="1" style="image;aspect=fixed;perimeter=ellipsePerimeter;html=1;align=center;shadow=0;dashed=0;spacingTop=3;image=img/lib/active_directory/users.svg;" value="" vertex="1">
          <mxGeometry height="50" width="33" x="467.5" y="2294.93" as="geometry" />
        </mxCell>
        <mxCell id="MNFPe3E4O46FSrIpNTyM-26" edge="1" parent="1" source="MNFPe3E4O46FSrIpNTyM-25" style="edgeStyle=orthogonalEdgeStyle;rounded=0;orthogonalLoop=1;jettySize=auto;html=1;">
          <mxGeometry relative="1" as="geometry">
            <mxPoint x="670" y="2321" as="targetPoint" />
          </mxGeometry>
        </mxCell>
        <mxCell id="MNFPe3E4O46FSrIpNTyM-27" parent="1" style="points=[];aspect=fixed;html=1;align=center;shadow=0;dashed=0;fillColor=#FF6A00;strokeColor=none;shape=mxgraph.alibaba_cloud.amscloudapp;" value="" vertex="1">
          <mxGeometry height="24" width="34.36" x="570" y="2380" as="geometry" />
        </mxCell>
        <mxCell id="MNFPe3E4O46FSrIpNTyM-29" parent="1" style="verticalLabelPosition=bottom;html=1;verticalAlign=top;align=center;strokeColor=none;fillColor=#00BEF2;shape=mxgraph.azure.computer;pointerEvents=1;" value="" vertex="1">
          <mxGeometry height="100" width="92.5" x="645.75" y="2371" as="geometry" />
        </mxCell>
        <mxCell id="MNFPe3E4O46FSrIpNTyM-30" parent="1" style="text;html=1;whiteSpace=wrap;strokeColor=none;fillColor=none;align=center;verticalAlign=middle;rounded=0;" value="16 GB RAM&amp;nbsp;&lt;div&gt;20 core CPU&lt;/div&gt;" vertex="1">
          <mxGeometry height="30" width="76" x="654" y="2408" as="geometry" />
        </mxCell>
        <mxCell id="MNFPe3E4O46FSrIpNTyM-31" parent="1" style="points=[];aspect=fixed;html=1;align=center;shadow=0;dashed=0;fillColor=#FF6A00;strokeColor=none;shape=mxgraph.alibaba_cloud.amscloudapp;" value="" vertex="1">
          <mxGeometry height="24" width="34.36" x="700" y="2390" as="geometry" />
        </mxCell>
        <mxCell id="MNFPe3E4O46FSrIpNTyM-32" parent="1" style="verticalLabelPosition=bottom;html=1;verticalAlign=top;align=center;strokeColor=none;fillColor=#00BEF2;shape=mxgraph.azure.computer;pointerEvents=1;" value="" vertex="1">
          <mxGeometry height="100" width="92.5" x="747.5" y="2371" as="geometry" />
        </mxCell>
        <mxCell id="MNFPe3E4O46FSrIpNTyM-33" parent="1" style="text;html=1;whiteSpace=wrap;strokeColor=none;fillColor=none;align=center;verticalAlign=middle;rounded=0;" value="16 GB RAM&amp;nbsp;&lt;div&gt;20 core CPU&lt;/div&gt;" vertex="1">
          <mxGeometry height="30" width="76" x="752" y="2406" as="geometry" />
        </mxCell>
        <mxCell id="MNFPe3E4O46FSrIpNTyM-34" parent="1" style="points=[];aspect=fixed;html=1;align=center;shadow=0;dashed=0;fillColor=#FF6A00;strokeColor=none;shape=mxgraph.alibaba_cloud.amscloudapp;" value="" vertex="1">
          <mxGeometry height="28" width="40.09" x="770" y="2380" as="geometry" />
        </mxCell>
        <mxCell id="MNFPe3E4O46FSrIpNTyM-39" edge="1" parent="1" source="MNFPe3E4O46FSrIpNTyM-35" style="edgeStyle=orthogonalEdgeStyle;rounded=0;orthogonalLoop=1;jettySize=auto;html=1;">
          <mxGeometry relative="1" as="geometry">
            <mxPoint x="686.5" y="2370" as="targetPoint" />
          </mxGeometry>
        </mxCell>
        <mxCell id="MNFPe3E4O46FSrIpNTyM-35" parent="1" style="points=[];aspect=fixed;html=1;align=center;shadow=0;dashed=0;fillColor=#FF6A00;strokeColor=none;shape=mxgraph.alibaba_cloud.clb_classic_load_balancer_01;" value="" vertex="1">
          <mxGeometry height="39.86" width="47" x="663" y="2300" as="geometry" />
        </mxCell>
        <mxCell id="MNFPe3E4O46FSrIpNTyM-36" parent="1" style="text;html=1;whiteSpace=wrap;strokeColor=none;fillColor=none;align=center;verticalAlign=middle;rounded=0;" value="load balancer" vertex="1">
          <mxGeometry height="30" width="82.5" x="700" y="2290" as="geometry" />
        </mxCell>
        <mxCell id="MNFPe3E4O46FSrIpNTyM-37" edge="1" parent="1" source="MNFPe3E4O46FSrIpNTyM-35" style="edgeStyle=orthogonalEdgeStyle;rounded=0;orthogonalLoop=1;jettySize=auto;html=1;entryX=0.246;entryY=0.008;entryDx=0;entryDy=0;entryPerimeter=0;" target="MNFPe3E4O46FSrIpNTyM-32">
          <mxGeometry relative="1" as="geometry" />
        </mxCell>
        <mxCell id="MNFPe3E4O46FSrIpNTyM-40" parent="1" style="rounded=1;whiteSpace=wrap;html=1;fillColor=#60a917;fontColor=#ffffff;strokeColor=#2D7600;" value="Reliability&amp;nbsp;" vertex="1">
          <mxGeometry height="40" width="170" x="460" y="1900" as="geometry" />
        </mxCell>
        <mxCell id="MNFPe3E4O46FSrIpNTyM-41" parent="1" style="ellipse;whiteSpace=wrap;html=1;aspect=fixed;" value="" vertex="1">
          <mxGeometry height="150" width="150" x="454.36" y="1950" as="geometry" />
        </mxCell>
        <mxCell id="MNFPe3E4O46FSrIpNTyM-45" edge="1" parent="1" source="MNFPe3E4O46FSrIpNTyM-42" style="edgeStyle=orthogonalEdgeStyle;rounded=0;orthogonalLoop=1;jettySize=auto;html=1;" target="MNFPe3E4O46FSrIpNTyM-43">
          <mxGeometry relative="1" as="geometry" />
        </mxCell>
        <mxCell id="MNFPe3E4O46FSrIpNTyM-42" parent="1" style="ellipse;whiteSpace=wrap;html=1;aspect=fixed;fillColor=#e51400;strokeColor=#B20000;fontColor=#ffffff;" value="R1" vertex="1">
          <mxGeometry height="30" width="30" x="477.5" y="1990" as="geometry" />
        </mxCell>
        <mxCell id="MNFPe3E4O46FSrIpNTyM-43" parent="1" style="ellipse;whiteSpace=wrap;html=1;aspect=fixed;fillColor=#d5e8d4;strokeColor=#82b366;" value="R2" vertex="1">
          <mxGeometry height="30" width="30" x="557.5" y="2000" as="geometry" />
        </mxCell>
        <mxCell id="MNFPe3E4O46FSrIpNTyM-44" parent="1" style="ellipse;whiteSpace=wrap;html=1;aspect=fixed;fillColor=#dae8fc;strokeColor=#6c8ebf;" value="R3" vertex="1">
          <mxGeometry height="30" width="30" x="507.5" y="2055" as="geometry" />
        </mxCell>
        <mxCell id="MNFPe3E4O46FSrIpNTyM-46" parent="1" style="rounded=1;whiteSpace=wrap;html=1;fillColor=#60a917;fontColor=#ffffff;strokeColor=#2D7600;" value="Predecitibility" vertex="1">
          <mxGeometry height="40" width="170" x="720" y="1900" as="geometry" />
        </mxCell>
        <mxCell id="MNFPe3E4O46FSrIpNTyM-48" parent="1" style="rounded=1;whiteSpace=wrap;html=1;fillColor=#e1d5e7;strokeColor=#9673a6;" value="Realtime tracking, data analysis, Pricing Calculator- cost, resources" vertex="1">
          <mxGeometry height="60" width="150" x="730" y="1960" as="geometry" />
        </mxCell>
        <mxCell id="MNFPe3E4O46FSrIpNTyM-49" parent="1" style="rounded=1;whiteSpace=wrap;html=1;fillColor=#e3c800;fontColor=#000000;strokeColor=#B09500;" value="Azure Portal = microsoft ki cloud shop = azure.portal.com" vertex="1">
          <mxGeometry height="60" width="250" x="420" y="2520" as="geometry" />
        </mxCell>
        <mxCell id="MNFPe3E4O46FSrIpNTyM-50" parent="1" style="rounded=1;whiteSpace=wrap;html=1;fillColor=#d5e8d4;strokeColor=#82b366;" value="ID and password (adhaar card)" vertex="1">
          <mxGeometry height="30" width="195" x="440" y="2600" as="geometry" />
        </mxCell>
        <mxCell id="MNFPe3E4O46FSrIpNTyM-51" parent="1" style="rounded=1;whiteSpace=wrap;html=1;" value="" vertex="1">
          <mxGeometry height="260" width="390" x="230" y="2660" as="geometry" />
        </mxCell>
        <mxCell id="MNFPe3E4O46FSrIpNTyM-52" parent="1" style="verticalLabelPosition=bottom;shadow=0;dashed=0;align=center;html=1;verticalAlign=top;shape=mxgraph.electrical.logic_gates.logic_gate;operation=and;fillColor=#e1d5e7;strokeColor=#9673a6;" value="" vertex="1">
          <mxGeometry height="60" width="100" x="515.28" y="2890" as="geometry" />
        </mxCell>
        <mxCell id="MNFPe3E4O46FSrIpNTyM-53" parent="1" style="text;html=1;whiteSpace=wrap;strokeColor=none;fillColor=none;align=center;verticalAlign=middle;rounded=0;" value="Gate" vertex="1">
          <mxGeometry height="30" width="60" x="530" y="2905" as="geometry" />
        </mxCell>
        <mxCell id="MNFPe3E4O46FSrIpNTyM-59" edge="1" parent="1" source="MNFPe3E4O46FSrIpNTyM-54" style="edgeStyle=orthogonalEdgeStyle;rounded=0;orthogonalLoop=1;jettySize=auto;html=1;" target="MNFPe3E4O46FSrIpNTyM-55">
          <mxGeometry relative="1" as="geometry" />
        </mxCell>
        <mxCell id="MNFPe3E4O46FSrIpNTyM-54" parent="1" style="image;aspect=fixed;perimeter=ellipsePerimeter;html=1;align=center;shadow=0;dashed=0;spacingTop=3;image=img/lib/active_directory/user.svg;" value="" vertex="1">
          <mxGeometry height="50" width="18.5" x="507.5" y="2895" as="geometry" />
        </mxCell>
        <mxCell id="MNFPe3E4O46FSrIpNTyM-55" parent="1" style="image;aspect=fixed;perimeter=ellipsePerimeter;html=1;align=center;shadow=0;dashed=0;spacingTop=3;image=img/lib/active_directory/users.svg;" value="" vertex="1">
          <mxGeometry height="50" width="33" x="617" y="2895" as="geometry" />
        </mxCell>
        <mxCell id="MNFPe3E4O46FSrIpNTyM-56" parent="1" style="rounded=1;whiteSpace=wrap;html=1;fillColor=#d5e8d4;strokeColor=#82b366;" value="id check (login credentials" vertex="1">
          <mxGeometry height="50" width="90" x="605" y="2945" as="geometry" />
        </mxCell>
        <mxCell id="MNFPe3E4O46FSrIpNTyM-57" parent="1" style="rounded=1;whiteSpace=wrap;html=1;fillColor=#d5e8d4;strokeColor=#82b366;" value="Security Guard ( Entra ID/ Azure AD)" vertex="1">
          <mxGeometry height="60" width="100.5" x="400" y="2895" as="geometry" />
        </mxCell>
        <mxCell id="MNFPe3E4O46FSrIpNTyM-60" parent="1" style="rounded=1;whiteSpace=wrap;html=1;" value="JWT Token = 800" vertex="1">
          <mxGeometry height="30" width="66" x="654" y="2905" as="geometry" />
        </mxCell>
        <mxCell id="MNFPe3E4O46FSrIpNTyM-61" parent="1" style="rounded=1;whiteSpace=wrap;html=1;" value="Slide 1 (Resource 1 = VM)" vertex="1">
          <mxGeometry height="180" width="66.5" x="253.5" y="2670" as="geometry" />
        </mxCell>
        <mxCell id="MNFPe3E4O46FSrIpNTyM-62" parent="1" style="rounded=1;whiteSpace=wrap;html=1;fillColor=#fff2cc;strokeColor=#d6b656;" value="Slide 2 (Resource 2 = Storage Account)" vertex="1">
          <mxGeometry height="180" width="66.5" x="333.5" y="2670" as="geometry" />
        </mxCell>
        <mxCell id="MNFPe3E4O46FSrIpNTyM-63" parent="1" style="ellipse;whiteSpace=wrap;html=1;" value="Cafeteria = networking" vertex="1">
          <mxGeometry height="80" width="120" x="424" y="2670" as="geometry" />
        </mxCell>
        <mxCell id="MNFPe3E4O46FSrIpNTyM-64" parent="1" style="rounded=1;whiteSpace=wrap;html=1;" value="200" vertex="1">
          <mxGeometry height="25" width="77" x="328.25" y="2860" as="geometry" />
        </mxCell>
        <mxCell id="MNFPe3E4O46FSrIpNTyM-66" parent="1" style="rounded=1;whiteSpace=wrap;html=1;fillColor=#d5e8d4;strokeColor=#82b366;" value="Pass = RBAC role = Owner, Contributor, Admin" vertex="1">
          <mxGeometry height="30" width="190" x="650" y="2865" as="geometry" />
        </mxCell>
        <mxCell id="MNFPe3E4O46FSrIpNTyM-68" edge="1" parent="1" source="MNFPe3E4O46FSrIpNTyM-67" style="edgeStyle=orthogonalEdgeStyle;rounded=0;orthogonalLoop=1;jettySize=auto;html=1;">
          <mxGeometry relative="1" as="geometry">
            <mxPoint x="700" y="2640" as="targetPoint" />
          </mxGeometry>
        </mxCell>
        <mxCell id="MNFPe3E4O46FSrIpNTyM-70" edge="1" parent="1" source="MNFPe3E4O46FSrIpNTyM-67" style="edgeStyle=orthogonalEdgeStyle;rounded=0;orthogonalLoop=1;jettySize=auto;html=1;">
          <mxGeometry relative="1" as="geometry">
            <mxPoint x="880" y="2640" as="targetPoint" />
          </mxGeometry>
        </mxCell>
        <mxCell id="MNFPe3E4O46FSrIpNTyM-67" parent="1" style="rounded=1;whiteSpace=wrap;html=1;fillColor=#dae8fc;strokeColor=#6c8ebf;" value="Authentication and Authorization" vertex="1">
          <mxGeometry height="60" width="120" x="685" y="2520" as="geometry" />
        </mxCell>
        <mxCell id="MNFPe3E4O46FSrIpNTyM-69" parent="1" style="rounded=1;whiteSpace=wrap;html=1;fillColor=#dae8fc;strokeColor=#6c8ebf;" value="Entra ID - Idendtiy and Authentication management system" vertex="1">
          <mxGeometry height="60" width="120" x="646" y="2640" as="geometry" />
        </mxCell>
        <mxCell id="MNFPe3E4O46FSrIpNTyM-71" parent="1" style="rounded=1;whiteSpace=wrap;html=1;fillColor=#dae8fc;strokeColor=#6c8ebf;" value="RBAC - Role Based Access Control&amp;nbsp; - authorization&amp;nbsp;" vertex="1">
          <mxGeometry height="60" width="120" x="810.09" y="2640" as="geometry" />
        </mxCell>
        <mxCell id="MNFPe3E4O46FSrIpNTyM-72" parent="1" style="rounded=1;whiteSpace=wrap;html=1;fillColor=#dae8fc;strokeColor=#6c8ebf;" value="MFA (multifactor Authentication) - extra security&amp;nbsp;" vertex="1">
          <mxGeometry height="50" width="114" x="650" y="2720" as="geometry" />
        </mxCell>
        <mxCell id="MNFPe3E4O46FSrIpNTyM-75" edge="1" parent="1" source="MNFPe3E4O46FSrIpNTyM-73" style="edgeStyle=orthogonalEdgeStyle;rounded=0;orthogonalLoop=1;jettySize=auto;html=1;" target="MNFPe3E4O46FSrIpNTyM-74" value="">
          <mxGeometry relative="1" as="geometry" />
        </mxCell>
        <mxCell id="MNFPe3E4O46FSrIpNTyM-73" parent="1" style="image;aspect=fixed;perimeter=ellipsePerimeter;html=1;align=center;shadow=0;dashed=0;spacingTop=3;image=img/lib/active_directory/user.svg;" value="" vertex="1">
          <mxGeometry height="50" width="18.5" x="477.5" y="2815" as="geometry" />
        </mxCell>
        <mxCell id="MNFPe3E4O46FSrIpNTyM-74" parent="1" style="whiteSpace=wrap;html=1;verticalAlign=top;labelBackgroundColor=default;shadow=0;dashed=0;spacingTop=3;" value="ticket checking , ID and member pass" vertex="1">
          <mxGeometry height="50" width="139" x="511" y="2815" as="geometry" />
        </mxCell>
        <mxCell id="MNFPe3E4O46FSrIpNTyM-76" parent="1" style="rounded=1;whiteSpace=wrap;html=1;fillColor=#dae8fc;strokeColor=#6c8ebf;" value="Conditional Access&amp;nbsp; - Limited Device, Limited time, Limited place" vertex="1">
          <mxGeometry height="50" width="135" x="685" y="2780" as="geometry" />
        </mxCell>
        <mxCell id="MNFPe3E4O46FSrIpNTyM-77" parent="1" style="rounded=1;whiteSpace=wrap;html=1;" value="" vertex="1">
          <mxGeometry height="280" width="510" x="300" y="3010" as="geometry" />
        </mxCell>
        <mxCell id="MNFPe3E4O46FSrIpNTyM-78" parent="1" style="rounded=1;whiteSpace=wrap;html=1;fillColor=#fff2cc;strokeColor=#d6b656;" value="" vertex="1">
          <mxGeometry height="220" width="462.5" x="327.5" y="3040" as="geometry" />
        </mxCell>
        <mxCell id="MNFPe3E4O46FSrIpNTyM-79" parent="1" style="text;html=1;whiteSpace=wrap;strokeColor=none;fillColor=none;align=center;verticalAlign=middle;rounded=0;" value="Management Group = Godrej Finance/ Godrej Properties" vertex="1">
          <mxGeometry height="30" width="164.72" x="370" y="3040" as="geometry" />
        </mxCell>
        <mxCell id="MNFPe3E4O46FSrIpNTyM-80" parent="1" style="rounded=1;whiteSpace=wrap;html=1;fillColor=#d5e8d4;strokeColor=#82b366;" value="" vertex="1">
          <mxGeometry height="160" width="195.25" x="344.75" y="3080" as="geometry" />
        </mxCell>
        <mxCell id="MNFPe3E4O46FSrIpNTyM-81" parent="1" style="text;html=1;whiteSpace=wrap;strokeColor=none;fillColor=none;align=center;verticalAlign=middle;rounded=0;" value="Subscription = HR&amp;nbsp;" vertex="1">
          <mxGeometry height="30" width="105" x="372.5" y="3075" as="geometry" />
        </mxCell>
        <mxCell id="MNFPe3E4O46FSrIpNTyM-82" parent="1" style="rounded=1;whiteSpace=wrap;html=1;fillColor=#d5e8d4;strokeColor=#82b366;" value="" vertex="1">
          <mxGeometry height="160" width="208.25" x="570" y="3080" as="geometry" />
        </mxCell>
        <mxCell id="MNFPe3E4O46FSrIpNTyM-83" parent="1" style="text;html=1;whiteSpace=wrap;strokeColor=none;fillColor=none;align=center;verticalAlign=middle;rounded=0;" value="Subscription = Finance" vertex="1">
          <mxGeometry height="30" width="132" x="608.13" y="3080" as="geometry" />
        </mxCell>
        <mxCell id="MNFPe3E4O46FSrIpNTyM-84" parent="1" style="text;html=1;whiteSpace=wrap;strokeColor=none;fillColor=none;align=center;verticalAlign=middle;rounded=0;" value="Attendance&lt;div&gt;Login/ logout time&lt;/div&gt;" vertex="1">
          <mxGeometry height="50" width="100" x="354.36" y="3100" as="geometry" />
        </mxCell>
        <mxCell id="MNFPe3E4O46FSrIpNTyM-86" parent="1" style="text;html=1;whiteSpace=wrap;strokeColor=none;fillColor=none;align=center;verticalAlign=middle;rounded=0;" value="Bank Accounts&amp;nbsp;&lt;div&gt;Payroll&lt;/div&gt;" vertex="1">
          <mxGeometry height="40" width="125" x="738.25" y="3075" as="geometry" />
        </mxCell>
        <mxCell id="MNFPe3E4O46FSrIpNTyM-87" parent="1" style="text;html=1;whiteSpace=wrap;strokeColor=none;fillColor=none;align=center;verticalAlign=middle;rounded=0;" value="Billing is done at subscription level" vertex="1">
          <mxGeometry height="30" width="156" x="364" y="3150" as="geometry" />
        </mxCell>
        <mxCell id="MNFPe3E4O46FSrIpNTyM-88" parent="1" style="text;html=1;whiteSpace=wrap;strokeColor=none;fillColor=none;align=center;verticalAlign=middle;rounded=0;" value="Tenant ID = Godrej" vertex="1">
          <mxGeometry height="30" width="60" x="345" y="3010" as="geometry" />
        </mxCell>
        <mxCell id="MNFPe3E4O46FSrIpNTyM-90" parent="1" style="rounded=1;whiteSpace=wrap;html=1;" value="user , owner&amp;nbsp;" vertex="1">
          <mxGeometry height="60" width="120" x="445" y="2970" as="geometry" />
        </mxCell>
        <mxCell id="MNFPe3E4O46FSrIpNTyM-91" parent="1" style="rounded=1;whiteSpace=wrap;html=1;fillColor=#e1d5e7;strokeColor=#9673a6;" value="Resource Group&amp;nbsp;" vertex="1">
          <mxGeometry height="60" width="120" x="587.5" y="3120" as="geometry" />
        </mxCell>
        <mxCell id="m2yAFZURwQzL_4JhR4vO-1" parent="1" style="rounded=1;whiteSpace=wrap;html=1;fillColor=#1ba1e2;strokeColor=#006EAF;fontColor=#ffffff;" value="only plot&amp;nbsp;&amp;nbsp;" vertex="1">
          <mxGeometry height="40" width="120" x="207.5" y="1310" as="geometry" />
        </mxCell>
        <mxCell id="m2yAFZURwQzL_4JhR4vO-2" parent="1" style="rounded=1;whiteSpace=wrap;html=1;fillColor=#1ba1e2;strokeColor=#006EAF;fontColor=#ffffff;" value="ready made kitchen = raw ingredients&amp;nbsp;" vertex="1">
          <mxGeometry height="40" width="120" x="455" y="1300" as="geometry" />
        </mxCell>
        <mxCell id="m2yAFZURwQzL_4JhR4vO-3" parent="1" style="rounded=1;whiteSpace=wrap;html=1;fillColor=#1ba1e2;strokeColor=#006EAF;fontColor=#ffffff;" value="hotel room and we just call and order the food&amp;nbsp;" vertex="1">
          <mxGeometry height="40" width="120" x="725" y="1310" as="geometry" />
        </mxCell>
        <mxCell id="m2yAFZURwQzL_4JhR4vO-7" edge="1" parent="1" source="MNFPe3E4O46FSrIpNTyM-14" style="edgeStyle=orthogonalEdgeStyle;rounded=0;orthogonalLoop=1;jettySize=auto;html=1;entryX=0.087;entryY=0.476;entryDx=0;entryDy=0;entryPerimeter=0;" target="MNFPe3E4O46FSrIpNTyM-11">
          <mxGeometry relative="1" as="geometry" />
        </mxCell>
        <mxCell id="m2yAFZURwQzL_4JhR4vO-12" edge="1" parent="1" source="m2yAFZURwQzL_4JhR4vO-8" style="edgeStyle=orthogonalEdgeStyle;rounded=0;orthogonalLoop=1;jettySize=auto;html=1;" target="m2yAFZURwQzL_4JhR4vO-11" value="">
          <mxGeometry relative="1" as="geometry" />
        </mxCell>
        <mxCell id="m2yAFZURwQzL_4JhR4vO-14" edge="1" parent="1" source="m2yAFZURwQzL_4JhR4vO-8" style="edgeStyle=orthogonalEdgeStyle;rounded=0;orthogonalLoop=1;jettySize=auto;html=1;" target="m2yAFZURwQzL_4JhR4vO-13" value="">
          <mxGeometry relative="1" as="geometry" />
        </mxCell>
        <mxCell id="m2yAFZURwQzL_4JhR4vO-8" parent="1" style="rounded=1;whiteSpace=wrap;html=1;fillColor=#60a917;fontColor=#ffffff;strokeColor=#2D7600;" value="Azure Resource Manager (ARM) - deployment and management service of azure&amp;nbsp;" vertex="1">
          <mxGeometry height="60" width="290" x="410" y="3320" as="geometry" />
        </mxCell>
        <mxCell id="m2yAFZURwQzL_4JhR4vO-10" edge="1" parent="1" source="m2yAFZURwQzL_4JhR4vO-9" style="edgeStyle=orthogonalEdgeStyle;rounded=0;orthogonalLoop=1;jettySize=auto;html=1;">
          <mxGeometry relative="1" as="geometry">
            <mxPoint x="400" y="3350" as="targetPoint" />
          </mxGeometry>
        </mxCell>
        <mxCell id="m2yAFZURwQzL_4JhR4vO-9" parent="1" style="rounded=1;whiteSpace=wrap;html=1;fillColor=#60a917;fontColor=#ffffff;strokeColor=#2D7600;" value="request for a resource&amp;nbsp;" vertex="1">
          <mxGeometry height="60" width="120" x="170" y="3320" as="geometry" />
        </mxCell>
        <mxCell id="m2yAFZURwQzL_4JhR4vO-16" edge="1" parent="1" source="m2yAFZURwQzL_4JhR4vO-11" style="edgeStyle=orthogonalEdgeStyle;rounded=0;orthogonalLoop=1;jettySize=auto;html=1;" target="m2yAFZURwQzL_4JhR4vO-15" value="">
          <mxGeometry relative="1" as="geometry" />
        </mxCell>
        <mxCell id="m2yAFZURwQzL_4JhR4vO-11" parent="1" style="whiteSpace=wrap;html=1;fillColor=#60a917;strokeColor=#2D7600;fontColor=#ffffff;rounded=1;" value="checks if the request is authentic and authorized" vertex="1">
          <mxGeometry height="60" width="200" x="455" y="3410" as="geometry" />
        </mxCell>
        <mxCell id="m2yAFZURwQzL_4JhR4vO-13" parent="1" style="whiteSpace=wrap;html=1;fillColor=#60a917;strokeColor=#2D7600;fontColor=#ffffff;rounded=1;" value="creates/ delete / manage the resource" vertex="1">
          <mxGeometry height="60" width="120" x="790" y="3320" as="geometry" />
        </mxCell>
        <mxCell id="m2yAFZURwQzL_4JhR4vO-15" parent="1" style="whiteSpace=wrap;html=1;fillColor=#60a917;strokeColor=#2D7600;fontColor=#ffffff;rounded=1;" value="Folder /&amp;nbsp; file&amp;nbsp; (Resource Group)&amp;nbsp;&amp;nbsp;&lt;div&gt;VM&amp;nbsp;&lt;/div&gt;&lt;div&gt;Storage Group&amp;nbsp;&lt;/div&gt;&lt;div&gt;Database&lt;/div&gt;" vertex="1">
          <mxGeometry height="100" width="120" x="496" y="3520" as="geometry" />
        </mxCell>
        <mxCell id="m2yAFZURwQzL_4JhR4vO-17" parent="1" style="rounded=1;whiteSpace=wrap;html=1;fillColor=#f8cecc;strokeColor=#b85450;" value="Resource group - logical container that hold multiple resources&amp;nbsp;&lt;div&gt;shop pr saman lena --- &amp;gt; resources (saman) ----&amp;gt; Bag (resource Group)&amp;nbsp;&lt;/div&gt;&lt;div&gt;any resource can only be created inside a resource group&amp;nbsp;&lt;/div&gt;&lt;div&gt;one resource can only belong to one resource group&amp;nbsp;&lt;/div&gt;" vertex="1">
          <mxGeometry height="130" width="790" x="190" y="3650" as="geometry" />
        </mxCell>
        <mxCell id="m2yAFZURwQzL_4JhR4vO-20" edge="1" parent="1" source="m2yAFZURwQzL_4JhR4vO-18" style="edgeStyle=orthogonalEdgeStyle;rounded=0;orthogonalLoop=1;jettySize=auto;html=1;" target="m2yAFZURwQzL_4JhR4vO-19" value="">
          <mxGeometry relative="1" as="geometry" />
        </mxCell>
        <mxCell id="m2yAFZURwQzL_4JhR4vO-22" edge="1" parent="1" source="m2yAFZURwQzL_4JhR4vO-18" style="edgeStyle=orthogonalEdgeStyle;rounded=0;orthogonalLoop=1;jettySize=auto;html=1;" target="m2yAFZURwQzL_4JhR4vO-21" value="">
          <mxGeometry relative="1" as="geometry" />
        </mxCell>
        <mxCell id="m2yAFZURwQzL_4JhR4vO-18" parent="1" style="rounded=1;whiteSpace=wrap;html=1;fillColor=#e3c800;fontColor=#000000;strokeColor=#B09500;" value="How to create different resources on azure portal ??" vertex="1">
          <mxGeometry height="60" width="425" x="335" y="3800" as="geometry" />
        </mxCell>
        <mxCell id="m2yAFZURwQzL_4JhR4vO-19" parent="1" style="whiteSpace=wrap;html=1;fillColor=#e3c800;strokeColor=#B09500;fontColor=#000000;rounded=1;" value="API ( application interface )&amp;nbsp;&lt;div&gt;By click / manual&amp;nbsp;&lt;/div&gt;" vertex="1">
          <mxGeometry height="60" width="175" x="270" y="3900" as="geometry" />
        </mxCell>
        <mxCell id="m2yAFZURwQzL_4JhR4vO-24" edge="1" parent="1" source="m2yAFZURwQzL_4JhR4vO-21" style="edgeStyle=orthogonalEdgeStyle;rounded=0;orthogonalLoop=1;jettySize=auto;html=1;">
          <mxGeometry relative="1" as="geometry">
            <mxPoint x="600" y="4010" as="targetPoint" />
          </mxGeometry>
        </mxCell>
        <mxCell id="m2yAFZURwQzL_4JhR4vO-25" edge="1" parent="1" source="m2yAFZURwQzL_4JhR4vO-21" style="edgeStyle=orthogonalEdgeStyle;rounded=0;orthogonalLoop=1;jettySize=auto;html=1;entryX=0.5;entryY=0;entryDx=0;entryDy=0;" target="m2yAFZURwQzL_4JhR4vO-27">
          <mxGeometry relative="1" as="geometry">
            <mxPoint x="870" y="4000" as="targetPoint" />
          </mxGeometry>
        </mxCell>
        <mxCell id="m2yAFZURwQzL_4JhR4vO-21" parent="1" style="whiteSpace=wrap;html=1;fillColor=#e3c800;strokeColor=#B09500;fontColor=#000000;rounded=1;" value="Automation&amp;nbsp; (high package)" vertex="1">
          <mxGeometry height="60" width="120" x="681.25" y="3900" as="geometry" />
        </mxCell>
        <mxCell id="m2yAFZURwQzL_4JhR4vO-23" parent="1" style="rounded=1;whiteSpace=wrap;html=1;fillColor=#dae8fc;gradientColor=#7ea6e0;strokeColor=#6c8ebf;" value="time taking&amp;nbsp;&lt;div&gt;not consistent&lt;/div&gt;&lt;div&gt;mistakes are possible&amp;nbsp;&lt;/div&gt;" vertex="1">
          <mxGeometry height="60" width="164.72" x="275.28" y="3960" as="geometry" />
        </mxCell>
        <mxCell id="m2yAFZURwQzL_4JhR4vO-33" edge="1" parent="1" source="m2yAFZURwQzL_4JhR4vO-26" style="edgeStyle=orthogonalEdgeStyle;rounded=0;orthogonalLoop=1;jettySize=auto;html=1;">
          <mxGeometry relative="1" as="geometry">
            <mxPoint x="360" y="4100" as="targetPoint" />
          </mxGeometry>
        </mxCell>
        <mxCell id="m2yAFZURwQzL_4JhR4vO-26" parent="1" style="rounded=1;whiteSpace=wrap;html=1;fillColor=#e6d0de;gradientColor=#d5739d;strokeColor=#996185;" value="Imperative&amp;nbsp;" vertex="1">
          <mxGeometry height="40" width="120" x="543" y="4010" as="geometry" />
        </mxCell>
        <mxCell id="m2yAFZURwQzL_4JhR4vO-35" edge="1" parent="1" source="m2yAFZURwQzL_4JhR4vO-27" style="edgeStyle=orthogonalEdgeStyle;rounded=0;orthogonalLoop=1;jettySize=auto;html=1;">
          <mxGeometry relative="1" as="geometry">
            <mxPoint x="740" y="4330" as="targetPoint" />
          </mxGeometry>
        </mxCell>
        <mxCell id="m2yAFZURwQzL_4JhR4vO-27" parent="1" style="rounded=1;whiteSpace=wrap;html=1;fillColor=#e6d0de;gradientColor=#d5739d;strokeColor=#996185;" value="Declarative" vertex="1">
          <mxGeometry height="40" width="120" x="810" y="4010" as="geometry" />
        </mxCell>
        <mxCell id="m2yAFZURwQzL_4JhR4vO-28" parent="1" style="rounded=1;whiteSpace=wrap;html=1;fillColor=#d5e8d4;gradientColor=#97d077;strokeColor=#82b366;" value="Shahi Paneer&amp;nbsp;&lt;div&gt;paneer, cream, kaju ,pyaz , tamatar, spices , utensils&amp;nbsp;&lt;/div&gt;&lt;div&gt;&lt;br&gt;&lt;/div&gt;&lt;div&gt;step1&amp;nbsp; &amp;nbsp;&lt;/div&gt;&lt;div&gt;&lt;span style=&quot;background-color: transparent; color: light-dark(rgb(0, 0, 0), rgb(255, 255, 255));&quot;&gt;step2&amp;nbsp;&lt;/span&gt;&lt;/div&gt;&lt;div&gt;step 3&lt;/div&gt;&lt;div&gt;step 4&amp;nbsp;&lt;/div&gt;&lt;div&gt;&lt;br&gt;&lt;/div&gt;&lt;div&gt;final result - shahi paner&lt;/div&gt;" vertex="1">
          <mxGeometry height="160" width="190" x="510" y="4060" as="geometry" />
        </mxCell>
        <mxCell id="m2yAFZURwQzL_4JhR4vO-29" parent="1" style="rounded=1;whiteSpace=wrap;html=1;fillColor=#d5e8d4;gradientColor=#97d077;strokeColor=#82b366;" value="Husband - Shahi Paneer&amp;nbsp;" vertex="1">
          <mxGeometry height="160" width="190" x="778.25" y="4060" as="geometry" />
        </mxCell>
        <mxCell id="m2yAFZURwQzL_4JhR4vO-30" parent="1" style="rounded=1;whiteSpace=wrap;html=1;fillColor=#fff2cc;gradientColor=#ffd966;strokeColor=#d6b656;" value="define all the steps&amp;nbsp;" vertex="1">
          <mxGeometry height="60" width="170" x="520" y="4240" as="geometry" />
        </mxCell>
        <mxCell id="m2yAFZURwQzL_4JhR4vO-31" parent="1" style="rounded=1;whiteSpace=wrap;html=1;fillColor=#fff2cc;gradientColor=#ffd966;strokeColor=#d6b656;" value="end result declare&amp;nbsp;" vertex="1">
          <mxGeometry height="60" width="170" x="790" y="4240" as="geometry" />
        </mxCell>
        <mxCell id="EnjcHvna591Kqcv2CICR-1" edge="1" parent="1" source="m2yAFZURwQzL_4JhR4vO-34" style="edgeStyle=orthogonalEdgeStyle;rounded=0;orthogonalLoop=1;jettySize=auto;html=1;">
          <mxGeometry relative="1" as="geometry">
            <mxPoint x="345" y="4340" as="targetPoint" />
          </mxGeometry>
        </mxCell>
        <mxCell id="m2yAFZURwQzL_4JhR4vO-34" parent="1" style="rounded=1;whiteSpace=wrap;html=1;fillColor=#f8cecc;gradientColor=#ea6b66;strokeColor=#b85450;" value="&lt;b&gt;Azure Cli (Az command) - windows/ linux/ mac&lt;/b&gt;&lt;div&gt;Azure Powershell (windows)&amp;nbsp;&lt;/div&gt;&lt;div&gt;Azure rest API&amp;nbsp;&lt;/div&gt;&lt;div&gt;Azure SDKs - using coding lang python, java etc.&amp;nbsp;&lt;/div&gt;" vertex="1">
          <mxGeometry height="180" width="170" x="260" y="4110" as="geometry" />
        </mxCell>
        <mxCell id="m2yAFZURwQzL_4JhR4vO-36" parent="1" style="rounded=1;whiteSpace=wrap;html=1;fillColor=#f8cecc;gradientColor=#ea6b66;strokeColor=#b85450;" value="&lt;b&gt;ARM&lt;/b&gt; Template (Json format)&amp;nbsp;&lt;div&gt;&lt;b&gt;Azure&lt;/b&gt; Biceps&lt;/div&gt;&lt;div&gt;&lt;b&gt;Azure&lt;/b&gt; Blue Prints&amp;nbsp;&lt;/div&gt;&lt;div&gt;&lt;br&gt;&lt;/div&gt;&lt;div&gt;&lt;b&gt;Terraform&amp;nbsp;&lt;/b&gt;&lt;/div&gt;" vertex="1">
          <mxGeometry height="100" width="170" x="650" y="4330" as="geometry" />
        </mxCell>
        <mxCell id="m2yAFZURwQzL_4JhR4vO-37" edge="1" parent="1" source="ik6IsKgd0wWjUEhBft66-15" style="edgeStyle=orthogonalEdgeStyle;rounded=0;orthogonalLoop=1;jettySize=auto;html=1;exitX=0.5;exitY=1;exitDx=0;exitDy=0;" target="ik6IsKgd0wWjUEhBft66-15">
          <mxGeometry relative="1" as="geometry" />
        </mxCell>
        <mxCell id="EnjcHvna591Kqcv2CICR-2" parent="1" style="rounded=1;whiteSpace=wrap;html=1;fillColor=#ffe6cc;strokeColor=#d79b00;align=left;" value="&amp;nbsp; &amp;nbsp; &amp;nbsp; &amp;nbsp; &amp;nbsp; &amp;nbsp; &lt;b&gt;&amp;nbsp; &amp;nbsp; &amp;nbsp; &amp;nbsp; &amp;nbsp; &amp;nbsp; Problems&lt;/b&gt;&lt;div&gt;&lt;ul&gt;&lt;li&gt;a lot of commands to remember&lt;/li&gt;&lt;li&gt;creates the resources one by one&amp;nbsp;&lt;/li&gt;&lt;li&gt;anyone can delete the resource without having any track&lt;/li&gt;&lt;li&gt;not taking reconfirmation while creating the resources&amp;nbsp;&lt;/li&gt;&lt;li&gt;we can make the resources only on cli&lt;/li&gt;&lt;/ul&gt;&lt;/div&gt;" vertex="1">
          <mxGeometry height="150" width="230" x="230" y="4340" as="geometry" />
        </mxCell>
        <mxCell id="EnjcHvna591Kqcv2CICR-4" edge="1" parent="1" source="EnjcHvna591Kqcv2CICR-3" style="edgeStyle=orthogonalEdgeStyle;rounded=0;orthogonalLoop=1;jettySize=auto;html=1;">
          <mxGeometry relative="1" as="geometry">
            <mxPoint x="260" y="4610" as="targetPoint" />
          </mxGeometry>
        </mxCell>
        <mxCell id="EnjcHvna591Kqcv2CICR-6" edge="1" parent="1" source="EnjcHvna591Kqcv2CICR-3" style="edgeStyle=orthogonalEdgeStyle;rounded=0;orthogonalLoop=1;jettySize=auto;html=1;">
          <mxGeometry relative="1" as="geometry">
            <mxPoint x="400" y="4610" as="targetPoint" />
          </mxGeometry>
        </mxCell>
        <mxCell id="EnjcHvna591Kqcv2CICR-9" edge="1" parent="1" source="EnjcHvna591Kqcv2CICR-3" style="edgeStyle=orthogonalEdgeStyle;rounded=0;orthogonalLoop=1;jettySize=auto;html=1;" target="EnjcHvna591Kqcv2CICR-8" value="">
          <mxGeometry relative="1" as="geometry">
            <Array as="points">
              <mxPoint x="610" y="4585" />
              <mxPoint x="614" y="4585" />
            </Array>
          </mxGeometry>
        </mxCell>
        <mxCell id="EnjcHvna591Kqcv2CICR-11" edge="1" parent="1" source="EnjcHvna591Kqcv2CICR-3" style="edgeStyle=orthogonalEdgeStyle;rounded=0;orthogonalLoop=1;jettySize=auto;html=1;" target="EnjcHvna591Kqcv2CICR-10" value="">
          <mxGeometry relative="1" as="geometry">
            <Array as="points">
              <mxPoint x="910" y="4530" />
            </Array>
          </mxGeometry>
        </mxCell>
        <mxCell id="EnjcHvna591Kqcv2CICR-13" edge="1" parent="1" style="edgeStyle=orthogonalEdgeStyle;rounded=0;orthogonalLoop=1;jettySize=auto;html=1;exitX=0.884;exitY=0.956;exitDx=0;exitDy=0;exitPerimeter=0;" value="">
          <mxGeometry relative="1" as="geometry">
            <Array as="points">
              <mxPoint x="802.5" y="4527" />
            </Array>
            <mxPoint x="687.5" y="4527.36" as="sourcePoint" />
            <mxPoint x="802.5" y="4610" as="targetPoint" />
          </mxGeometry>
        </mxCell>
        <mxCell id="EnjcHvna591Kqcv2CICR-3" parent="1" style="rounded=1;whiteSpace=wrap;html=1;fillColor=#d5e8d4;strokeColor=#82b366;" value="&lt;b&gt;Terraform&amp;nbsp;&lt;/b&gt;&lt;div&gt;&lt;b&gt;registry.terraform.io&lt;/b&gt;&lt;/div&gt;" vertex="1">
          <mxGeometry height="60" width="360" x="412.5" y="4500" as="geometry" />
        </mxCell>
        <mxCell id="EnjcHvna591Kqcv2CICR-5" parent="1" style="rounded=1;whiteSpace=wrap;html=1;fillColor=#d5e8d4;strokeColor=#82b366;" value="It is an IaC (Infrastructure as a code) tool which manages and creates resources on any cloud platform&amp;nbsp;&lt;div&gt;declarative form of coding&amp;nbsp;&lt;/div&gt;" vertex="1">
          <mxGeometry height="110" width="150" x="180" y="4610" as="geometry" />
        </mxCell>
        <mxCell id="EnjcHvna591Kqcv2CICR-7" parent="1" style="rounded=1;whiteSpace=wrap;html=1;fillColor=#d5e8d4;strokeColor=#82b366;" value="was designed by Hashicorp configuration" vertex="1">
          <mxGeometry height="110" width="150" x="354.36" y="4610" as="geometry" />
        </mxCell>
        <mxCell id="EnjcHvna591Kqcv2CICR-8" parent="1" style="whiteSpace=wrap;html=1;fillColor=#d5e8d4;strokeColor=#82b366;rounded=1;" value="it is written in &lt;b&gt;golang lang&lt;/b&gt; but when we write anything on terraform it uses&lt;b&gt; HCL (hashicorp delcarative lang) &lt;/b&gt;to create resource" vertex="1">
          <mxGeometry height="110" width="171.25" x="528.75" y="4610" as="geometry" />
        </mxCell>
        <mxCell id="EnjcHvna591Kqcv2CICR-10" parent="1" style="whiteSpace=wrap;html=1;fillColor=#d5e8d4;strokeColor=#82b366;rounded=1;" value="terraform block ke forms me coding krta hai {&amp;nbsp; }&amp;nbsp;" vertex="1">
          <mxGeometry height="120" width="120" x="850" y="4600" as="geometry" />
        </mxCell>
        <mxCell id="EnjcHvna591Kqcv2CICR-12" parent="1" style="whiteSpace=wrap;html=1;fillColor=#d5e8d4;strokeColor=#82b366;rounded=1;" value="terraform me jo code likhte hai --&amp;gt; config file --&amp;gt; extension .tf&amp;nbsp;&lt;div&gt;&lt;br&gt;&lt;/div&gt;&lt;div&gt;resourcegroup.tf&lt;/div&gt;" vertex="1">
          <mxGeometry height="120" width="120" x="725" y="4605" as="geometry" />
        </mxCell>
        <mxCell id="EnjcHvna591Kqcv2CICR-15" parent="1" style="rounded=1;whiteSpace=wrap;html=1;fillColor=#dae8fc;strokeColor=#6c8ebf;" value="multicloud support&amp;nbsp;&lt;div&gt;declarative form of coding&amp;nbsp;&lt;/div&gt;&lt;div&gt;open source&amp;nbsp;&lt;/div&gt;" vertex="1">
          <mxGeometry height="50" width="343.29" x="384.34999999999997" y="4740" as="geometry" />
        </mxCell>
        <mxCell id="EnjcHvna591Kqcv2CICR-16" parent="1" style="rounded=1;whiteSpace=wrap;html=1;" value="&lt;b&gt;IDE Tool - VS Code&amp;nbsp;&lt;/b&gt;" vertex="1">
          <mxGeometry height="40" width="405" x="347" y="4810" as="geometry" />
        </mxCell>
+         <mxCell id="fga7eTrGUmKx1MwrDtWP-4" edge="1" parent="1" source="fga7eTrGUmKx1MwrDtWP-2" style="edgeStyle=orthogonalEdgeStyle;rounded=0;orthogonalLoop=1;jettySize=auto;html=1;" target="fga7eTrGUmKx1MwrDtWP-3" value="">
+           <mxGeometry relative="1" as="geometry" />
+         </mxCell>
+         <mxCell id="fga7eTrGUmKx1MwrDtWP-2" parent="1" style="rounded=1;whiteSpace=wrap;html=1;fillColor=#e1d5e7;strokeColor=#9673a6;" value="Config file -&amp;nbsp; resource.tf" vertex="1">
+           <mxGeometry height="70" width="80" x="120" y="4900" as="geometry" />
+         </mxCell>
+         <mxCell id="fga7eTrGUmKx1MwrDtWP-6" edge="1" parent="1" source="fga7eTrGUmKx1MwrDtWP-3" style="edgeStyle=orthogonalEdgeStyle;rounded=0;orthogonalLoop=1;jettySize=auto;html=1;" target="fga7eTrGUmKx1MwrDtWP-5" value="">
+           <mxGeometry relative="1" as="geometry">
+             <Array as="points">
+               <mxPoint x="460" y="4935" />
+               <mxPoint x="460" y="4935" />
+             </Array>
+           </mxGeometry>
+         </mxCell>
+         <mxCell id="fga7eTrGUmKx1MwrDtWP-3" parent="1" style="whiteSpace=wrap;html=1;rounded=1;fillColor=#e1d5e7;strokeColor=#9673a6;" value="&lt;b&gt;Terraform init&amp;nbsp;&lt;/b&gt;" vertex="1">
+           <mxGeometry height="60" width="120" x="280" y="4905" as="geometry" />
+         </mxCell>
+         <mxCell id="fga7eTrGUmKx1MwrDtWP-5" parent="1" style="whiteSpace=wrap;html=1;fillColor=#e1d5e7;strokeColor=#9673a6;rounded=1;" value="&lt;b&gt;Terraform initialize&amp;nbsp;&lt;/b&gt;&lt;div&gt;ye cloud provider ko call , bataega ki kis folder me and kis cloud me hm kam kr rhe hai&amp;nbsp;&lt;/div&gt;&lt;div&gt;&lt;br&gt;&lt;/div&gt;&lt;div&gt;&lt;b&gt;initializes the backend&amp;nbsp;&lt;/b&gt;&lt;/div&gt;&lt;div&gt;initializes the provider plugins&amp;nbsp; - it creates one folder by the name of .terraform - calls all the plugins from cloud and store it in our local&lt;/div&gt;&lt;div&gt;it creates a folder .terraform.lock.hcl which locks the version of the provider&amp;nbsp; - it makes sure that same provider version is used in all the terraform runs&amp;nbsp;&lt;/div&gt;" vertex="1">
+           <mxGeometry height="180" width="460" x="480" y="4860" as="geometry" />
+         </mxCell>
+         <mxCell id="fga7eTrGUmKx1MwrDtWP-7" parent="1" style="rounded=1;whiteSpace=wrap;html=1;" value="Terraform Blocks&amp;nbsp;" vertex="1">
+           <mxGeometry height="60" width="120" x="415" y="5060" as="geometry" />
+         </mxCell>
+         <mxCell id="fga7eTrGUmKx1MwrDtWP-8" parent="1" style="rounded=1;whiteSpace=wrap;html=1;fillColor=#d5e8d4;strokeColor=#82b366;" value="Terraform&amp;nbsp;" vertex="1">
+           <mxGeometry height="30" width="114.72" x="155.28" y="5150" as="geometry" />
+         </mxCell>
+         <mxCell id="fga7eTrGUmKx1MwrDtWP-9" parent="1" style="rounded=1;whiteSpace=wrap;html=1;fillColor=#d5e8d4;strokeColor=#82b366;" value="required providers" vertex="1">
+           <mxGeometry height="30" width="114.72" x="155.28" y="5190" as="geometry" />
+         </mxCell>
+         <mxCell id="fga7eTrGUmKx1MwrDtWP-10" parent="1" style="rounded=1;whiteSpace=wrap;html=1;fillColor=#d5e8d4;strokeColor=#82b366;" value="provider&amp;nbsp;" vertex="1">
+           <mxGeometry height="30" width="114.72" x="155.28" y="5230" as="geometry" />
+         </mxCell>
+         <mxCell id="fga7eTrGUmKx1MwrDtWP-11" parent="1" style="rounded=1;whiteSpace=wrap;html=1;" value="module" vertex="1">
+           <mxGeometry height="30" width="114.72" x="155.28" y="5270" as="geometry" />
+         </mxCell>
+         <mxCell id="fga7eTrGUmKx1MwrDtWP-12" parent="1" style="rounded=1;whiteSpace=wrap;html=1;" value="import" vertex="1">
+           <mxGeometry height="30" width="114.72" x="155.28" y="5310" as="geometry" />
+         </mxCell>
+         <mxCell id="fga7eTrGUmKx1MwrDtWP-13" parent="1" style="rounded=1;whiteSpace=wrap;html=1;" value="provisioner&amp;nbsp;" vertex="1">
+           <mxGeometry height="30" width="114.72" x="155.28" y="5350" as="geometry" />
+         </mxCell>
+         <mxCell id="fga7eTrGUmKx1MwrDtWP-14" parent="1" style="rounded=1;whiteSpace=wrap;html=1;" value="variable" vertex="1">
+           <mxGeometry height="30" width="114.72" x="317.64" y="5150" as="geometry" />
+         </mxCell>
+         <mxCell id="fga7eTrGUmKx1MwrDtWP-15" parent="1" style="rounded=1;whiteSpace=wrap;html=1;" value="resource&amp;nbsp;" vertex="1">
+           <mxGeometry height="30" width="114.72" x="315.28" y="5190" as="geometry" />
+         </mxCell>
+         <mxCell id="fga7eTrGUmKx1MwrDtWP-16" parent="1" style="rounded=1;whiteSpace=wrap;html=1;" value="data" vertex="1">
+           <mxGeometry height="30" width="114.72" x="315.28" y="5230" as="geometry" />
+         </mxCell>
+         <mxCell id="fga7eTrGUmKx1MwrDtWP-17" parent="1" style="rounded=1;whiteSpace=wrap;html=1;" value="dynamic" vertex="1">
+           <mxGeometry height="30" width="114.72" x="315.28" y="5270" as="geometry" />
+         </mxCell>
+         <mxCell id="fga7eTrGUmKx1MwrDtWP-18" parent="1" style="rounded=1;whiteSpace=wrap;html=1;" value="null" vertex="1">
+           <mxGeometry height="30" width="114.72" x="315.28" y="5310" as="geometry" />
+         </mxCell>
+         <mxCell id="fga7eTrGUmKx1MwrDtWP-19" parent="1" style="rounded=1;whiteSpace=wrap;html=1;" value="backend" vertex="1">
+           <mxGeometry height="30" width="114.72" x="315.28" y="5350" as="geometry" />
+         </mxCell>
+         <mxCell id="fga7eTrGUmKx1MwrDtWP-20" parent="1" style="rounded=1;whiteSpace=wrap;html=1;fillColor=#d5e8d4;strokeColor=#82b366;" value="features" vertex="1">
+           <mxGeometry height="30" width="114.72" x="493.41" y="5150" as="geometry" />
+         </mxCell>
      </root>
    </mxGraphModel>
  </diagram>
</mxfile>
